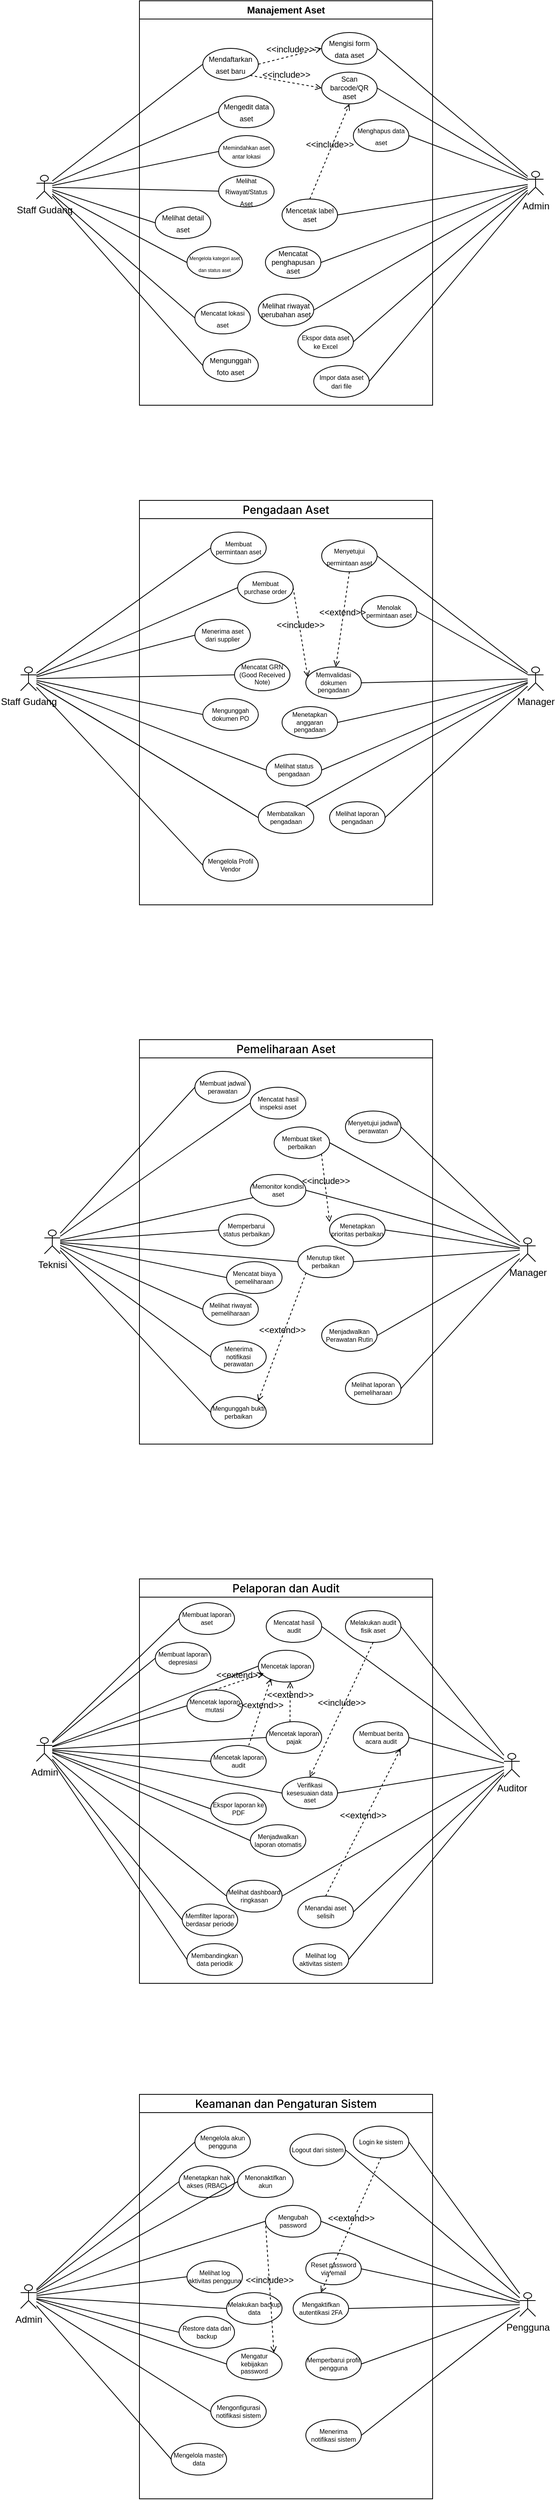
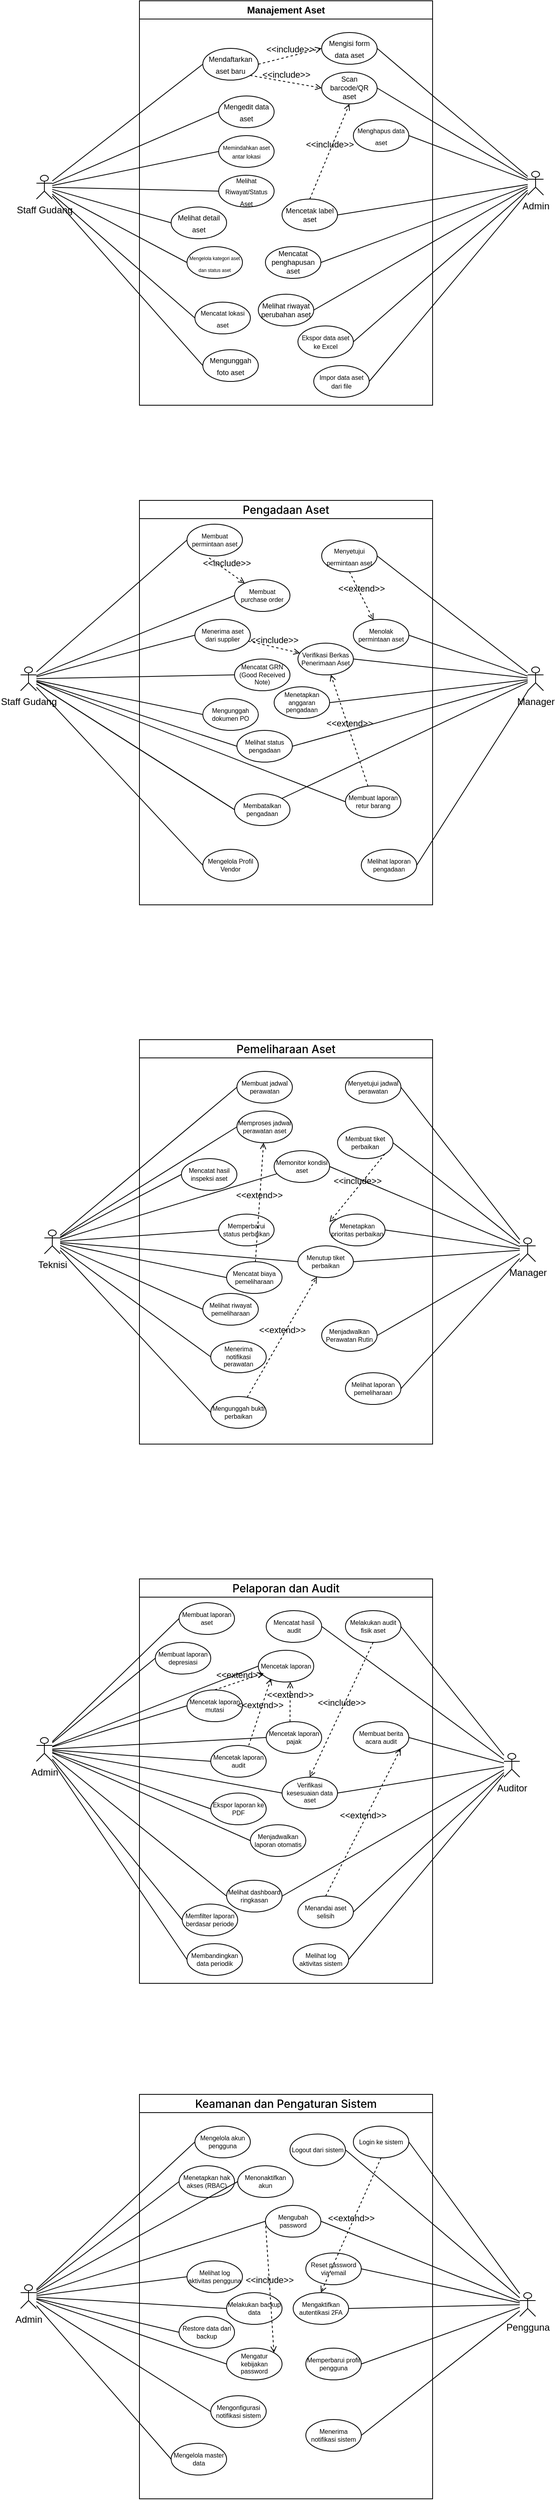
<mxfile host="app.diagrams.net">
  <diagram name="Halaman-1" id="vrqg1WvFMhjWSPYmkqD6">
-     <mxGraphModel dx="2575" dy="1318" grid="1" gridSize="10" guides="1" tooltips="1" connect="1" arrows="1" fold="1" page="1" pageScale="1" pageWidth="827" pageHeight="1169" math="0" shadow="0">
+     <mxGraphModel dx="1144" dy="586" grid="1" gridSize="10" guides="1" tooltips="1" connect="1" arrows="1" fold="1" page="1" pageScale="1" pageWidth="827" pageHeight="1169" math="0" shadow="0">
      <root>
        <mxCell id="0" />
        <mxCell id="1" parent="0" />
        <mxCell id="ttJMnmOJ9A8DWHro3bs2-210" parent="1" style="shape=umlActor;verticalLabelPosition=bottom;verticalAlign=top;html=1;outlineConnect=0;" value="Staff Gudang" vertex="1">
          <mxGeometry height="30" width="20" x="90" y="310" as="geometry" />
        </mxCell>
        <mxCell id="ttJMnmOJ9A8DWHro3bs2-211" parent="1" style="shape=umlActor;verticalLabelPosition=bottom;verticalAlign=top;html=1;outlineConnect=0;" value="Admin" vertex="1">
          <mxGeometry height="30" width="20" x="710" y="305" as="geometry" />
        </mxCell>
        <mxCell id="ttJMnmOJ9A8DWHro3bs2-212" parent="1" style="ellipse;whiteSpace=wrap;html=1;align=center;" value="&lt;span style=&quot;&quot;&gt;&lt;font style=&quot;font-size: 9px;&quot;&gt;Mendaftarkan aset baru&lt;/font&gt;&lt;/span&gt;" vertex="1">
          <mxGeometry height="40" width="70" x="300" y="150" as="geometry" />
        </mxCell>
        <mxCell id="ttJMnmOJ9A8DWHro3bs2-215" edge="1" parent="1" source="ttJMnmOJ9A8DWHro3bs2-216" style="rounded=0;orthogonalLoop=1;jettySize=auto;html=1;exitX=0;exitY=0.5;exitDx=0;exitDy=0;endArrow=none;endFill=0;" target="ttJMnmOJ9A8DWHro3bs2-210">
          <mxGeometry relative="1" as="geometry" />
        </mxCell>
        <mxCell id="ttJMnmOJ9A8DWHro3bs2-217" edge="1" parent="1" source="ttJMnmOJ9A8DWHro3bs2-218" style="rounded=0;orthogonalLoop=1;jettySize=auto;html=1;exitX=0;exitY=0.5;exitDx=0;exitDy=0;endArrow=none;endFill=0;" target="ttJMnmOJ9A8DWHro3bs2-210">
          <mxGeometry relative="1" as="geometry" />
        </mxCell>
        <mxCell id="ttJMnmOJ9A8DWHro3bs2-219" parent="1" style="ellipse;whiteSpace=wrap;html=1;align=center;" value="&lt;span style=&quot;&quot;&gt;&lt;font style=&quot;font-size: 6px;&quot;&gt;Mengelola kategori aset dan status aset&lt;/font&gt;&lt;/span&gt;" vertex="1">
          <mxGeometry height="40" width="70" x="280" y="400" as="geometry" />
        </mxCell>
        <mxCell id="ttJMnmOJ9A8DWHro3bs2-220" parent="1" style="ellipse;whiteSpace=wrap;html=1;align=center;" value="&lt;span style=&quot;&quot;&gt;&lt;font style=&quot;font-size: 9px;&quot;&gt;Mengunggah foto aset&lt;/font&gt;&lt;/span&gt;" vertex="1">
          <mxGeometry height="40" width="70" x="300" y="530" as="geometry" />
        </mxCell>
        <mxCell id="ttJMnmOJ9A8DWHro3bs2-221" parent="1" style="ellipse;whiteSpace=wrap;html=1;align=center;" value="&lt;span style=&quot;&quot;&gt;&lt;font style=&quot;font-size: 9px;&quot;&gt;Mengedit data aset&lt;/font&gt;&lt;/span&gt;" vertex="1">
          <mxGeometry height="40" width="70" x="320" y="210" as="geometry" />
        </mxCell>
        <mxCell id="ttJMnmOJ9A8DWHro3bs2-222" parent="1" style="ellipse;whiteSpace=wrap;html=1;align=center;" value="&lt;span style=&quot;&quot;&gt;&lt;font style=&quot;font-size: 8px;&quot;&gt;Mencatat lokasi aset&lt;/font&gt;&lt;/span&gt;" vertex="1">
          <mxGeometry height="40" width="70" x="290" y="470" as="geometry" />
        </mxCell>
        <mxCell id="ttJMnmOJ9A8DWHro3bs2-223" parent="1" style="ellipse;whiteSpace=wrap;html=1;align=center;" value="&lt;span style=&quot;&quot;&gt;&lt;font style=&quot;font-size: 9px;&quot;&gt;Mengisi form data aset&lt;/font&gt;&lt;/span&gt;" vertex="1">
          <mxGeometry height="40" width="70" x="450" y="130" as="geometry" />
        </mxCell>
        <mxCell id="ttJMnmOJ9A8DWHro3bs2-224" parent="1" style="ellipse;whiteSpace=wrap;html=1;verticalAlign=middle;fontSize=9;align=center;" value="&lt;font&gt;Scan barcode/QR aset&lt;/font&gt;" vertex="1">
          <mxGeometry height="40" width="70" x="450" y="180" as="geometry" />
        </mxCell>
        <mxCell id="ttJMnmOJ9A8DWHro3bs2-226" edge="1" parent="1" source="ttJMnmOJ9A8DWHro3bs2-227" style="rounded=0;orthogonalLoop=1;jettySize=auto;html=1;exitX=1;exitY=0.5;exitDx=0;exitDy=0;endArrow=none;endFill=0;" target="ttJMnmOJ9A8DWHro3bs2-211">
          <mxGeometry relative="1" as="geometry">
            <mxPoint x="710" y="340" as="targetPoint" />
          </mxGeometry>
        </mxCell>
        <mxCell id="ttJMnmOJ9A8DWHro3bs2-232" edge="1" parent="1" source="ttJMnmOJ9A8DWHro3bs2-212" style="rounded=0;orthogonalLoop=1;jettySize=auto;html=1;exitX=0;exitY=0.5;exitDx=0;exitDy=0;endArrow=none;endFill=0;" target="ttJMnmOJ9A8DWHro3bs2-210">
          <mxGeometry relative="1" as="geometry" />
        </mxCell>
        <mxCell id="ttJMnmOJ9A8DWHro3bs2-233" edge="1" parent="1" source="ttJMnmOJ9A8DWHro3bs2-221" style="rounded=0;orthogonalLoop=1;jettySize=auto;html=1;exitX=0;exitY=0.5;exitDx=0;exitDy=0;endArrow=none;endFill=0;" target="ttJMnmOJ9A8DWHro3bs2-210">
          <mxGeometry relative="1" as="geometry" />
        </mxCell>
        <mxCell id="ttJMnmOJ9A8DWHro3bs2-234" edge="1" parent="1" source="ttJMnmOJ9A8DWHro3bs2-220" style="rounded=0;orthogonalLoop=1;jettySize=auto;html=1;exitX=0;exitY=0.5;exitDx=0;exitDy=0;endArrow=none;endFill=0;" target="ttJMnmOJ9A8DWHro3bs2-210">
          <mxGeometry relative="1" as="geometry" />
        </mxCell>
        <mxCell id="ttJMnmOJ9A8DWHro3bs2-235" edge="1" parent="1" source="ttJMnmOJ9A8DWHro3bs2-219" style="rounded=0;orthogonalLoop=1;jettySize=auto;html=1;exitX=0;exitY=0.5;exitDx=0;exitDy=0;startSize=5;endArrow=none;endFill=0;" target="ttJMnmOJ9A8DWHro3bs2-210">
          <mxGeometry relative="1" as="geometry" />
        </mxCell>
        <mxCell id="ttJMnmOJ9A8DWHro3bs2-236" edge="1" parent="1" source="ttJMnmOJ9A8DWHro3bs2-222" style="rounded=0;orthogonalLoop=1;jettySize=auto;html=1;exitX=0;exitY=0.5;exitDx=0;exitDy=0;endArrow=none;endFill=0;" target="ttJMnmOJ9A8DWHro3bs2-210">
          <mxGeometry relative="1" as="geometry" />
        </mxCell>
        <mxCell id="ttJMnmOJ9A8DWHro3bs2-237" edge="1" parent="1" source="ttJMnmOJ9A8DWHro3bs2-223" style="rounded=0;orthogonalLoop=1;jettySize=auto;html=1;exitX=1;exitY=0.5;exitDx=0;exitDy=0;endArrow=none;endFill=0;" target="ttJMnmOJ9A8DWHro3bs2-211">
          <mxGeometry relative="1" as="geometry" />
        </mxCell>
        <mxCell id="ttJMnmOJ9A8DWHro3bs2-238" edge="1" parent="1" source="ttJMnmOJ9A8DWHro3bs2-224" style="rounded=0;orthogonalLoop=1;jettySize=auto;html=1;exitX=1;exitY=0.5;exitDx=0;exitDy=0;endArrow=none;endFill=0;" target="ttJMnmOJ9A8DWHro3bs2-211">
          <mxGeometry relative="1" as="geometry" />
        </mxCell>
        <mxCell id="ttJMnmOJ9A8DWHro3bs2-240" edge="1" parent="1" source="ttJMnmOJ9A8DWHro3bs2-230" style="rounded=0;orthogonalLoop=1;jettySize=auto;html=1;exitX=1;exitY=0.5;exitDx=0;exitDy=0;endArrow=none;endFill=0;" target="ttJMnmOJ9A8DWHro3bs2-211">
          <mxGeometry relative="1" as="geometry" />
        </mxCell>
        <mxCell id="ttJMnmOJ9A8DWHro3bs2-241" edge="1" parent="1" source="ttJMnmOJ9A8DWHro3bs2-228" style="rounded=0;orthogonalLoop=1;jettySize=auto;html=1;exitX=1;exitY=0.5;exitDx=0;exitDy=0;endArrow=none;endFill=0;" target="ttJMnmOJ9A8DWHro3bs2-211">
          <mxGeometry relative="1" as="geometry" />
        </mxCell>
        <mxCell id="ttJMnmOJ9A8DWHro3bs2-242" edge="1" parent="1" source="ttJMnmOJ9A8DWHro3bs2-225" style="rounded=0;orthogonalLoop=1;jettySize=auto;html=1;exitX=1;exitY=0.5;exitDx=0;exitDy=0;endArrow=none;endFill=0;" target="ttJMnmOJ9A8DWHro3bs2-211">
          <mxGeometry relative="1" as="geometry" />
        </mxCell>
        <mxCell id="ttJMnmOJ9A8DWHro3bs2-243" edge="1" parent="1" source="ttJMnmOJ9A8DWHro3bs2-231" style="rounded=0;orthogonalLoop=1;jettySize=auto;html=1;exitX=1;exitY=0.5;exitDx=0;exitDy=0;endArrow=none;endFill=0;" target="ttJMnmOJ9A8DWHro3bs2-211">
          <mxGeometry relative="1" as="geometry" />
        </mxCell>
        <mxCell id="ttJMnmOJ9A8DWHro3bs2-244" edge="1" parent="1" source="ttJMnmOJ9A8DWHro3bs2-228" style="html=1;verticalAlign=bottom;labelBackgroundColor=none;endArrow=open;endFill=0;dashed=1;rounded=0;exitX=0.5;exitY=0;exitDx=0;exitDy=0;entryX=0.5;entryY=1;entryDx=0;entryDy=0;" target="ttJMnmOJ9A8DWHro3bs2-224" value="&amp;lt;&amp;lt;include&amp;gt;&amp;gt;">
          <mxGeometry relative="1" width="160" as="geometry">
            <mxPoint x="380" y="390" as="sourcePoint" />
            <mxPoint x="540" y="390" as="targetPoint" />
          </mxGeometry>
        </mxCell>
        <mxCell id="ttJMnmOJ9A8DWHro3bs2-245" edge="1" parent="1" source="ttJMnmOJ9A8DWHro3bs2-212" style="html=1;verticalAlign=bottom;labelBackgroundColor=none;endArrow=open;endFill=0;dashed=1;rounded=0;entryX=0;entryY=0.5;entryDx=0;entryDy=0;exitX=1;exitY=0.5;exitDx=0;exitDy=0;" target="ttJMnmOJ9A8DWHro3bs2-223" value="&amp;lt;&amp;lt;include&amp;gt;&amp;gt;">
          <mxGeometry relative="1" width="160" as="geometry">
            <mxPoint x="400" y="170" as="sourcePoint" />
            <mxPoint x="560" y="170" as="targetPoint" />
          </mxGeometry>
        </mxCell>
        <mxCell id="ttJMnmOJ9A8DWHro3bs2-246" edge="1" parent="1" source="ttJMnmOJ9A8DWHro3bs2-212" style="html=1;verticalAlign=bottom;labelBackgroundColor=none;endArrow=open;endFill=0;dashed=1;rounded=0;entryX=0;entryY=0.5;entryDx=0;entryDy=0;exitX=1;exitY=1;exitDx=0;exitDy=0;" target="ttJMnmOJ9A8DWHro3bs2-224" value="&amp;lt;&amp;lt;include&amp;gt;&amp;gt;">
          <mxGeometry relative="1" width="160" as="geometry">
            <mxPoint x="400" y="190" as="sourcePoint" />
            <mxPoint x="470" y="200" as="targetPoint" />
          </mxGeometry>
        </mxCell>
        <mxCell id="ttJMnmOJ9A8DWHro3bs2-248" parent="1" style="swimlane;whiteSpace=wrap;html=1;startSize=23;" value="Manajement Aset" vertex="1">
          <mxGeometry height="510" width="370" x="220" y="90" as="geometry" />
        </mxCell>
        <mxCell id="ttJMnmOJ9A8DWHro3bs2-218" parent="ttJMnmOJ9A8DWHro3bs2-248" style="ellipse;whiteSpace=wrap;html=1;align=center;" value="&lt;span style=&quot;&quot;&gt;&lt;font style=&quot;font-size: 9px;&quot;&gt;Melihat detail aset&lt;/font&gt;&lt;/span&gt;" vertex="1">
-           <mxGeometry height="40" width="70" x="20" y="260" as="geometry" />
+           <mxGeometry height="40" width="70" x="40" y="260" as="geometry" />
        </mxCell>
        <mxCell id="ttJMnmOJ9A8DWHro3bs2-216" parent="ttJMnmOJ9A8DWHro3bs2-248" style="ellipse;whiteSpace=wrap;html=1;align=center;" value="&lt;font style=&quot;font-size: 8px;&quot;&gt;Melihat Riwayat/Status Aset&lt;/font&gt;" vertex="1">
          <mxGeometry height="40" width="70" x="100" y="220" as="geometry" />
        </mxCell>
        <mxCell id="ttJMnmOJ9A8DWHro3bs2-230" parent="ttJMnmOJ9A8DWHro3bs2-248" style="ellipse;whiteSpace=wrap;html=1;verticalAlign=middle;fontSize=9;align=center;" value="Mencatat penghapusan aset" vertex="1">
          <mxGeometry height="40" width="70" x="159" y="310" as="geometry" />
        </mxCell>
        <mxCell id="ttJMnmOJ9A8DWHro3bs2-214" parent="ttJMnmOJ9A8DWHro3bs2-248" style="ellipse;whiteSpace=wrap;html=1;align=center;" value="&lt;span style=&quot;&quot;&gt;&lt;font style=&quot;font-size: 8px;&quot;&gt;Menghapus data aset&lt;/font&gt;&lt;/span&gt;" vertex="1">
          <mxGeometry height="40" width="70" x="270" y="150" as="geometry" />
        </mxCell>
        <mxCell id="ttJMnmOJ9A8DWHro3bs2-229" parent="ttJMnmOJ9A8DWHro3bs2-248" style="ellipse;whiteSpace=wrap;html=1;verticalAlign=middle;fontSize=9;align=center;" value="&lt;font style=&quot;font-size: 7px;&quot;&gt;Memindahkan aset antar lokasi&lt;/font&gt;" vertex="1">
          <mxGeometry height="40" width="70" x="100" y="170" as="geometry" />
        </mxCell>
        <mxCell id="ttJMnmOJ9A8DWHro3bs2-225" parent="ttJMnmOJ9A8DWHro3bs2-248" style="ellipse;whiteSpace=wrap;html=1;verticalAlign=middle;fontSize=9;align=center;" value="Melihat riwayat perubahan aset" vertex="1">
          <mxGeometry height="40" width="70" x="150" y="370" as="geometry" />
        </mxCell>
        <mxCell id="ttJMnmOJ9A8DWHro3bs2-231" parent="ttJMnmOJ9A8DWHro3bs2-248" style="ellipse;whiteSpace=wrap;html=1;verticalAlign=middle;fontSize=9;align=center;" value="&lt;font style=&quot;font-size: 8px;&quot;&gt;Impor data aset dari file&lt;/font&gt;" vertex="1">
          <mxGeometry height="40" width="70" x="220" y="460" as="geometry" />
        </mxCell>
        <mxCell id="ttJMnmOJ9A8DWHro3bs2-227" parent="ttJMnmOJ9A8DWHro3bs2-248" style="ellipse;whiteSpace=wrap;html=1;verticalAlign=middle;fontSize=9;align=center;" value="&lt;font style=&quot;font-size: 8px;&quot;&gt;Ekspor data aset ke Excel&lt;/font&gt;" vertex="1">
          <mxGeometry height="40" width="70" x="200" y="410" as="geometry" />
        </mxCell>
        <mxCell id="ttJMnmOJ9A8DWHro3bs2-228" parent="ttJMnmOJ9A8DWHro3bs2-248" style="ellipse;whiteSpace=wrap;html=1;verticalAlign=middle;fontSize=9;align=center;" value="Mencetak label aset" vertex="1">
          <mxGeometry height="40" width="70" x="180" y="250" as="geometry" />
        </mxCell>
        <mxCell id="ttJMnmOJ9A8DWHro3bs2-249" parent="1" style="swimlane;whiteSpace=wrap;html=1;startSize=23;" value="&lt;span style=&quot;font-family: &amp;quot;Anthropic Sans&amp;quot;, -apple-system, BlinkMacSystemFont, &amp;quot;Segoe UI&amp;quot;, sans-serif; font-size: 14px; font-weight: 500; text-align: start; white-space: nowrap;&quot;&gt;Pengadaan Aset&lt;/span&gt;" vertex="1">
          <mxGeometry height="510" width="370" x="220" y="720" as="geometry" />
        </mxCell>
        <mxCell id="ttJMnmOJ9A8DWHro3bs2-253" parent="ttJMnmOJ9A8DWHro3bs2-249" style="ellipse;whiteSpace=wrap;html=1;align=center;fontSize=8;" value="&lt;span style=&quot;&quot;&gt;Membuat permintaan aset&lt;/span&gt;" vertex="1">
-           <mxGeometry height="40" width="70" x="90" y="40" as="geometry" />
+           <mxGeometry height="40" width="70" x="60" y="30" as="geometry" />
        </mxCell>
        <mxCell id="ttJMnmOJ9A8DWHro3bs2-254" parent="ttJMnmOJ9A8DWHro3bs2-249" style="ellipse;whiteSpace=wrap;html=1;align=center;fontSize=8;" value="&lt;span style=&quot;&quot;&gt;Membuat purchase order&lt;/span&gt;" vertex="1">
-           <mxGeometry height="40" width="70" x="124" y="90" as="geometry" />
+           <mxGeometry height="40" width="70" x="120" y="100" as="geometry" />
        </mxCell>
        <mxCell id="ttJMnmOJ9A8DWHro3bs2-260" parent="ttJMnmOJ9A8DWHro3bs2-249" style="ellipse;whiteSpace=wrap;html=1;align=center;fontSize=8;" value="&lt;span style=&quot;&quot;&gt;Menerima aset dari supplier&lt;/span&gt;" vertex="1">
          <mxGeometry height="40" width="70" x="70" y="150" as="geometry" />
        </mxCell>
        <mxCell id="ttJMnmOJ9A8DWHro3bs2-255" parent="ttJMnmOJ9A8DWHro3bs2-249" style="ellipse;whiteSpace=wrap;html=1;align=center;fontSize=8;" value="Mengelola Profil Vendor" vertex="1">
          <mxGeometry height="40" width="70" x="80" y="440" as="geometry" />
        </mxCell>
        <mxCell id="ttJMnmOJ9A8DWHro3bs2-258" parent="ttJMnmOJ9A8DWHro3bs2-249" style="ellipse;whiteSpace=wrap;html=1;align=center;fontSize=8;" value="&lt;span style=&quot;&quot;&gt;Mencatat GRN (Good Received Note)&lt;/span&gt;" vertex="1">
          <mxGeometry height="40" width="70" x="120" y="200" as="geometry" />
        </mxCell>
        <mxCell id="ttJMnmOJ9A8DWHro3bs2-259" parent="ttJMnmOJ9A8DWHro3bs2-249" style="ellipse;whiteSpace=wrap;html=1;align=center;fontSize=8;" value="&lt;span style=&quot;&quot;&gt;Membatalkan pengadaan&lt;/span&gt;" vertex="1">
-           <mxGeometry height="40" width="70" x="150" y="380" as="geometry" />
+           <mxGeometry height="40" width="70" x="120" y="370" as="geometry" />
        </mxCell>
        <mxCell id="ttJMnmOJ9A8DWHro3bs2-256" parent="ttJMnmOJ9A8DWHro3bs2-249" style="ellipse;whiteSpace=wrap;html=1;align=center;fontSize=8;" value="&lt;span style=&quot;&quot;&gt;Mengunggah dokumen PO&lt;/span&gt;" vertex="1">
          <mxGeometry height="40" width="70" x="80" y="250" as="geometry" />
        </mxCell>
        <mxCell id="ttJMnmOJ9A8DWHro3bs2-257" parent="ttJMnmOJ9A8DWHro3bs2-249" style="ellipse;whiteSpace=wrap;html=1;align=center;fontSize=8;" value="&lt;span style=&quot;&quot;&gt;Melihat status pengadaan&lt;/span&gt;" vertex="1">
-           <mxGeometry height="40" width="70" x="160" y="320" as="geometry" />
+           <mxGeometry height="40" width="70" x="123" y="290" as="geometry" />
        </mxCell>
        <mxCell id="ttJMnmOJ9A8DWHro3bs2-263" parent="ttJMnmOJ9A8DWHro3bs2-249" style="ellipse;whiteSpace=wrap;html=1;align=center;" value="&lt;span style=&quot;&quot;&gt;&lt;font style=&quot;font-size: 8px;&quot;&gt;Menyetujui permintaan aset&lt;/font&gt;&lt;/span&gt;" vertex="1">
          <mxGeometry height="40" width="70" x="230" y="50" as="geometry" />
        </mxCell>
        <mxCell id="ttJMnmOJ9A8DWHro3bs2-261" parent="ttJMnmOJ9A8DWHro3bs2-249" style="ellipse;whiteSpace=wrap;html=1;align=center;fontSize=8;" value="&lt;span style=&quot;&quot;&gt;Menolak permintaan aset&lt;/span&gt;" vertex="1">
-           <mxGeometry height="40" width="70" x="280" y="120" as="geometry" />
+           <mxGeometry height="40" width="70" x="270" y="150" as="geometry" />
        </mxCell>
        <mxCell id="ttJMnmOJ9A8DWHro3bs2-262" parent="ttJMnmOJ9A8DWHro3bs2-249" style="ellipse;whiteSpace=wrap;html=1;align=center;fontSize=8;" value="&lt;br&gt;&lt;span style=&quot;orphans: 2; text-indent: 0px; widows: 2; text-decoration-thickness: initial; text-decoration-style: initial; text-decoration-color: initial; float: none; display: inline !important; color: rgb(0, 0, 0);&quot;&gt;Menetapkan anggaran pengadaan&lt;/span&gt;&lt;div&gt;&lt;br/&gt;&lt;/div&gt;" vertex="1">
-           <mxGeometry height="40" width="70" x="180" y="260" as="geometry" />
+           <mxGeometry height="40" width="70" x="170" y="235" as="geometry" />
        </mxCell>
        <mxCell id="ttJMnmOJ9A8DWHro3bs2-264" parent="ttJMnmOJ9A8DWHro3bs2-249" style="ellipse;whiteSpace=wrap;html=1;align=center;fontSize=8;" value="&lt;span style=&quot;&quot;&gt;Melihat laporan pengadaan&lt;/span&gt;" vertex="1">
-           <mxGeometry height="40" width="70" x="240" y="380" as="geometry" />
-         </mxCell>
-         <mxCell id="ttJMnmOJ9A8DWHro3bs2-265" parent="ttJMnmOJ9A8DWHro3bs2-249" style="ellipse;whiteSpace=wrap;html=1;align=center;fontSize=8;" value="&lt;span style=&quot;&quot;&gt;Memvalidasi dokumen pengadaan&lt;/span&gt;" vertex="1">
-           <mxGeometry height="40" width="70" x="210" y="210" as="geometry" />
-         </mxCell>
-         <mxCell id="ttJMnmOJ9A8DWHro3bs2-285" edge="1" parent="ttJMnmOJ9A8DWHro3bs2-249" source="ttJMnmOJ9A8DWHro3bs2-254" style="html=1;verticalAlign=bottom;labelBackgroundColor=none;endArrow=open;endFill=0;dashed=1;rounded=0;exitX=1;exitY=0.5;exitDx=0;exitDy=0;entryX=0.035;entryY=0.322;entryDx=0;entryDy=0;entryPerimeter=0;" target="ttJMnmOJ9A8DWHro3bs2-265" value="&amp;lt;&amp;lt;include&amp;gt;&amp;gt;">
-           <mxGeometry relative="1" width="160" as="geometry">
-             <mxPoint x="200" y="180" as="sourcePoint" />
-             <mxPoint x="250" y="90" as="targetPoint" />
-           </mxGeometry>
-         </mxCell>
-         <mxCell id="ttJMnmOJ9A8DWHro3bs2-286" edge="1" parent="ttJMnmOJ9A8DWHro3bs2-249" source="ttJMnmOJ9A8DWHro3bs2-263" style="html=1;verticalAlign=bottom;labelBackgroundColor=none;endArrow=open;endFill=0;dashed=1;rounded=0;exitX=0.5;exitY=1;exitDx=0;exitDy=0;" target="ttJMnmOJ9A8DWHro3bs2-265" value="&amp;lt;&amp;lt;extend&amp;gt;&amp;gt;">
+           <mxGeometry height="40" width="70" x="280" y="440" as="geometry" />
+         </mxCell>
+         <mxCell id="ttJMnmOJ9A8DWHro3bs2-265" parent="ttJMnmOJ9A8DWHro3bs2-249" style="ellipse;whiteSpace=wrap;html=1;align=center;fontSize=8;" value="Verifikasi Berkas Penerimaan Aset" vertex="1">
+           <mxGeometry height="40" width="70" x="200" y="180" as="geometry" />
+         </mxCell>
+         <mxCell id="ttJMnmOJ9A8DWHro3bs2-286" edge="1" parent="ttJMnmOJ9A8DWHro3bs2-249" source="ttJMnmOJ9A8DWHro3bs2-263" style="html=1;verticalAlign=bottom;labelBackgroundColor=none;endArrow=open;endFill=0;dashed=1;rounded=0;exitX=0.5;exitY=1;exitDx=0;exitDy=0;" target="ttJMnmOJ9A8DWHro3bs2-261" value="&amp;lt;&amp;lt;extend&amp;gt;&amp;gt;">
          <mxGeometry relative="1" width="160" as="geometry">
            <mxPoint x="220" y="80" as="sourcePoint" />
            <mxPoint x="270" y="84" as="targetPoint" />
+           </mxGeometry>
+         </mxCell>
+         <mxCell id="Ji7-jTJ7KOdppPhq-gUy-3" edge="1" parent="ttJMnmOJ9A8DWHro3bs2-249" source="ttJMnmOJ9A8DWHro3bs2-253" style="html=1;verticalAlign=bottom;labelBackgroundColor=none;endArrow=open;endFill=0;dashed=1;rounded=0;exitX=0.398;exitY=1.064;exitDx=0;exitDy=0;exitPerimeter=0;" target="ttJMnmOJ9A8DWHro3bs2-254" value="&amp;lt;&amp;lt;include&amp;gt;&amp;gt;">
+           <mxGeometry relative="1" width="160" as="geometry">
+             <mxPoint x="210" y="70" as="sourcePoint" />
+             <mxPoint x="232" y="173" as="targetPoint" />
+           </mxGeometry>
+         </mxCell>
+         <mxCell id="Ji7-jTJ7KOdppPhq-gUy-5" edge="1" parent="ttJMnmOJ9A8DWHro3bs2-249" source="ttJMnmOJ9A8DWHro3bs2-260" style="html=1;verticalAlign=bottom;labelBackgroundColor=none;endArrow=open;endFill=0;dashed=1;rounded=0;" target="ttJMnmOJ9A8DWHro3bs2-265" value="&amp;lt;&amp;lt;include&amp;gt;&amp;gt;">
+           <mxGeometry relative="1" width="160" as="geometry">
+             <mxPoint x="190" y="150" as="sourcePoint" />
+             <mxPoint x="235" y="182" as="targetPoint" />
+           </mxGeometry>
+         </mxCell>
+         <mxCell id="Ji7-jTJ7KOdppPhq-gUy-6" parent="ttJMnmOJ9A8DWHro3bs2-249" style="ellipse;whiteSpace=wrap;html=1;align=center;fontSize=8;" value="&lt;span style=&quot;&quot;&gt;Me&lt;/span&gt;&lt;span style=&quot;background-color: transparent; color: light-dark(rgb(0, 0, 0), rgb(255, 255, 255));&quot;&gt;mbuat laporan retur barang&lt;/span&gt;" vertex="1">
+           <mxGeometry height="40" width="70" x="260" y="360" as="geometry" />
+         </mxCell>
+         <mxCell id="Ji7-jTJ7KOdppPhq-gUy-8" edge="1" parent="ttJMnmOJ9A8DWHro3bs2-249" source="Ji7-jTJ7KOdppPhq-gUy-6" style="html=1;verticalAlign=bottom;labelBackgroundColor=none;endArrow=open;endFill=0;dashed=1;rounded=0;" target="ttJMnmOJ9A8DWHro3bs2-265" value="&amp;lt;&amp;lt;extend&amp;gt;&amp;gt;">
+           <mxGeometry relative="1" width="160" as="geometry">
+             <mxPoint x="300" y="340" as="sourcePoint" />
+             <mxPoint x="330" y="401" as="targetPoint" />
          </mxGeometry>
        </mxCell>
        <mxCell id="ttJMnmOJ9A8DWHro3bs2-250" parent="1" style="shape=umlActor;verticalLabelPosition=bottom;verticalAlign=top;html=1;outlineConnect=0;" value="Staff Gudang" vertex="1">
          <mxGeometry height="30" width="20" x="70" y="930" as="geometry" />
        </mxCell>
        <mxCell id="ttJMnmOJ9A8DWHro3bs2-251" parent="1" style="shape=umlActor;verticalLabelPosition=bottom;verticalAlign=top;html=1;outlineConnect=0;" value="Manager" vertex="1">
          <mxGeometry height="30" width="20" x="710" y="930" as="geometry" />
        </mxCell>
        <mxCell id="ttJMnmOJ9A8DWHro3bs2-274" edge="1" parent="1" source="ttJMnmOJ9A8DWHro3bs2-256" style="rounded=0;orthogonalLoop=1;jettySize=auto;html=1;exitX=0;exitY=0.5;exitDx=0;exitDy=0;endArrow=none;endFill=0;" target="ttJMnmOJ9A8DWHro3bs2-250">
          <mxGeometry relative="1" as="geometry" />
        </mxCell>
        <mxCell id="ttJMnmOJ9A8DWHro3bs2-275" edge="1" parent="1" source="ttJMnmOJ9A8DWHro3bs2-257" style="rounded=0;orthogonalLoop=1;jettySize=auto;html=1;exitX=0;exitY=0.5;exitDx=0;exitDy=0;endArrow=none;endFill=0;" target="ttJMnmOJ9A8DWHro3bs2-250">
          <mxGeometry relative="1" as="geometry" />
        </mxCell>
        <mxCell id="ttJMnmOJ9A8DWHro3bs2-266" edge="1" parent="1" source="ttJMnmOJ9A8DWHro3bs2-253" style="rounded=0;orthogonalLoop=1;jettySize=auto;html=1;exitX=0;exitY=0.5;exitDx=0;exitDy=0;endArrow=none;endFill=0;" target="ttJMnmOJ9A8DWHro3bs2-250">
          <mxGeometry relative="1" as="geometry" />
        </mxCell>
        <mxCell id="ttJMnmOJ9A8DWHro3bs2-267" edge="1" parent="1" source="ttJMnmOJ9A8DWHro3bs2-254" style="rounded=0;orthogonalLoop=1;jettySize=auto;html=1;exitX=0;exitY=0.5;exitDx=0;exitDy=0;endArrow=none;endFill=0;" target="ttJMnmOJ9A8DWHro3bs2-250">
          <mxGeometry relative="1" as="geometry" />
        </mxCell>
        <mxCell id="ttJMnmOJ9A8DWHro3bs2-268" edge="1" parent="1" source="ttJMnmOJ9A8DWHro3bs2-260" style="rounded=0;orthogonalLoop=1;jettySize=auto;html=1;exitX=0;exitY=0.5;exitDx=0;exitDy=0;endArrow=none;endFill=0;" target="ttJMnmOJ9A8DWHro3bs2-250">
          <mxGeometry relative="1" as="geometry" />
        </mxCell>
        <mxCell id="ttJMnmOJ9A8DWHro3bs2-269" edge="1" parent="1" source="ttJMnmOJ9A8DWHro3bs2-255" style="rounded=0;orthogonalLoop=1;jettySize=auto;html=1;exitX=0;exitY=0.5;exitDx=0;exitDy=0;endArrow=none;endFill=0;" target="ttJMnmOJ9A8DWHro3bs2-250">
          <mxGeometry relative="1" as="geometry" />
        </mxCell>
        <mxCell id="ttJMnmOJ9A8DWHro3bs2-271" edge="1" parent="1" source="ttJMnmOJ9A8DWHro3bs2-259" style="rounded=0;orthogonalLoop=1;jettySize=auto;html=1;exitX=0;exitY=0.5;exitDx=0;exitDy=0;endArrow=none;endFill=0;" target="ttJMnmOJ9A8DWHro3bs2-250">
          <mxGeometry relative="1" as="geometry" />
        </mxCell>
        <mxCell id="ttJMnmOJ9A8DWHro3bs2-272" edge="1" parent="1" source="ttJMnmOJ9A8DWHro3bs2-259" style="rounded=0;orthogonalLoop=1;jettySize=auto;html=1;exitX=0;exitY=0.5;exitDx=0;exitDy=0;endArrow=none;endFill=0;" target="ttJMnmOJ9A8DWHro3bs2-250">
          <mxGeometry relative="1" as="geometry" />
        </mxCell>
        <mxCell id="ttJMnmOJ9A8DWHro3bs2-276" edge="1" parent="1" source="ttJMnmOJ9A8DWHro3bs2-258" style="rounded=0;orthogonalLoop=1;jettySize=auto;html=1;exitX=0;exitY=0.5;exitDx=0;exitDy=0;endArrow=none;endFill=0;" target="ttJMnmOJ9A8DWHro3bs2-250" value="">
          <mxGeometry relative="1" as="geometry">
            <mxPoint x="330" y="1030" as="sourcePoint" />
            <mxPoint x="120" y="900" as="targetPoint" />
          </mxGeometry>
        </mxCell>
        <mxCell id="ttJMnmOJ9A8DWHro3bs2-278" edge="1" parent="1" source="ttJMnmOJ9A8DWHro3bs2-263" style="rounded=0;orthogonalLoop=1;jettySize=auto;html=1;exitX=1;exitY=0.5;exitDx=0;exitDy=0;endArrow=none;endFill=0;" target="ttJMnmOJ9A8DWHro3bs2-251">
          <mxGeometry relative="1" as="geometry" />
        </mxCell>
        <mxCell id="ttJMnmOJ9A8DWHro3bs2-279" edge="1" parent="1" source="ttJMnmOJ9A8DWHro3bs2-261" style="rounded=0;orthogonalLoop=1;jettySize=auto;html=1;exitX=1;exitY=0.5;exitDx=0;exitDy=0;endArrow=none;endFill=0;" target="ttJMnmOJ9A8DWHro3bs2-251">
          <mxGeometry relative="1" as="geometry" />
        </mxCell>
        <mxCell id="ttJMnmOJ9A8DWHro3bs2-280" edge="1" parent="1" source="ttJMnmOJ9A8DWHro3bs2-262" style="rounded=0;orthogonalLoop=1;jettySize=auto;html=1;exitX=1;exitY=0.5;exitDx=0;exitDy=0;endArrow=none;endFill=0;" target="ttJMnmOJ9A8DWHro3bs2-251">
          <mxGeometry relative="1" as="geometry" />
        </mxCell>
        <mxCell id="ttJMnmOJ9A8DWHro3bs2-281" edge="1" parent="1" source="ttJMnmOJ9A8DWHro3bs2-264" style="rounded=0;orthogonalLoop=1;jettySize=auto;html=1;exitX=1;exitY=0.5;exitDx=0;exitDy=0;endArrow=none;endFill=0;" target="ttJMnmOJ9A8DWHro3bs2-251">
          <mxGeometry relative="1" as="geometry" />
        </mxCell>
        <mxCell id="ttJMnmOJ9A8DWHro3bs2-282" edge="1" parent="1" source="ttJMnmOJ9A8DWHro3bs2-265" style="rounded=0;orthogonalLoop=1;jettySize=auto;html=1;exitX=1;exitY=0.5;exitDx=0;exitDy=0;endArrow=none;endFill=0;" target="ttJMnmOJ9A8DWHro3bs2-251">
          <mxGeometry relative="1" as="geometry" />
        </mxCell>
        <mxCell id="ttJMnmOJ9A8DWHro3bs2-319" parent="1" style="swimlane;whiteSpace=wrap;html=1;startSize=23;" value="&lt;span style=&quot;font-family: &amp;quot;Anthropic Sans&amp;quot;, -apple-system, BlinkMacSystemFont, &amp;quot;Segoe UI&amp;quot;, sans-serif; font-size: 14px; font-weight: 500; text-align: start; white-space: nowrap;&quot;&gt;Pemeliharaan Aset&lt;/span&gt;" vertex="1">
          <mxGeometry height="510" width="370" x="220" y="1400" as="geometry" />
        </mxCell>
        <mxCell id="ttJMnmOJ9A8DWHro3bs2-322" parent="ttJMnmOJ9A8DWHro3bs2-319" style="ellipse;whiteSpace=wrap;html=1;align=center;fontSize=8;" value="Membuat jadwal perawatan" vertex="1">
-           <mxGeometry height="40" width="70" x="70" y="40" as="geometry" />
+           <mxGeometry height="40" width="70" x="123" y="40" as="geometry" />
        </mxCell>
        <mxCell id="ttJMnmOJ9A8DWHro3bs2-323" parent="ttJMnmOJ9A8DWHro3bs2-319" style="ellipse;whiteSpace=wrap;html=1;align=center;fontSize=8;" value="Mencatat hasil inspeksi aset" vertex="1">
-           <mxGeometry height="40" width="70" x="140" y="60" as="geometry" />
+           <mxGeometry height="40" width="70" x="53" y="150" as="geometry" />
        </mxCell>
        <mxCell id="ttJMnmOJ9A8DWHro3bs2-324" parent="ttJMnmOJ9A8DWHro3bs2-319" style="ellipse;whiteSpace=wrap;html=1;align=center;fontSize=8;" value="Membuat tiket perbaikan" vertex="1">
-           <mxGeometry height="40" width="70" x="170" y="110" as="geometry" />
+           <mxGeometry height="40" width="70" x="250" y="110" as="geometry" />
        </mxCell>
        <mxCell id="ttJMnmOJ9A8DWHro3bs2-325" parent="ttJMnmOJ9A8DWHro3bs2-319" style="ellipse;whiteSpace=wrap;html=1;align=center;fontSize=8;" value="Memperbarui status perbaikan" vertex="1">
          <mxGeometry height="40" width="70" x="100" y="220" as="geometry" />
        </mxCell>
        <mxCell id="ttJMnmOJ9A8DWHro3bs2-326" parent="ttJMnmOJ9A8DWHro3bs2-319" style="ellipse;whiteSpace=wrap;html=1;align=center;fontSize=8;" value="Mencatat biaya pemeliharaan" vertex="1">
          <mxGeometry height="40" width="70" x="110" y="280" as="geometry" />
        </mxCell>
        <mxCell id="ttJMnmOJ9A8DWHro3bs2-327" parent="ttJMnmOJ9A8DWHro3bs2-319" style="ellipse;whiteSpace=wrap;html=1;align=center;fontSize=8;" value="Menerima notifikasi perawatan" vertex="1">
          <mxGeometry height="40" width="70" x="90" y="380" as="geometry" />
        </mxCell>
        <mxCell id="ttJMnmOJ9A8DWHro3bs2-328" parent="ttJMnmOJ9A8DWHro3bs2-319" style="ellipse;whiteSpace=wrap;html=1;align=center;fontSize=8;" value="Melihat riwayat pemeliharaan" vertex="1">
          <mxGeometry height="40" width="70" x="80" y="320" as="geometry" />
        </mxCell>
        <mxCell id="ttJMnmOJ9A8DWHro3bs2-329" parent="ttJMnmOJ9A8DWHro3bs2-319" style="ellipse;whiteSpace=wrap;html=1;align=center;fontSize=8;" value="Mengunggah bukti perbaikan" vertex="1">
          <mxGeometry height="40" width="70" x="90" y="450" as="geometry" />
        </mxCell>
        <mxCell id="ttJMnmOJ9A8DWHro3bs2-332" parent="ttJMnmOJ9A8DWHro3bs2-319" style="ellipse;whiteSpace=wrap;html=1;align=center;fontSize=8;" value="Menetapkan prioritas perbaikan" vertex="1">
          <mxGeometry height="40" width="70" x="240" y="220" as="geometry" />
        </mxCell>
        <mxCell id="ttJMnmOJ9A8DWHro3bs2-333" parent="ttJMnmOJ9A8DWHro3bs2-319" style="ellipse;whiteSpace=wrap;html=1;align=center;fontSize=8;" value="Melihat laporan pemeliharaan" vertex="1">
          <mxGeometry height="40" width="70" x="260" y="420" as="geometry" />
        </mxCell>
        <mxCell id="ttJMnmOJ9A8DWHro3bs2-334" parent="ttJMnmOJ9A8DWHro3bs2-319" style="ellipse;whiteSpace=wrap;html=1;align=center;fontSize=8;" value="Menutup tiket perbaikan" vertex="1">
          <mxGeometry height="40" width="70" x="200" y="260" as="geometry" />
        </mxCell>
        <mxCell id="ttJMnmOJ9A8DWHro3bs2-335" parent="ttJMnmOJ9A8DWHro3bs2-319" style="ellipse;whiteSpace=wrap;html=1;align=center;fontSize=8;" value="Menjadwalkan Perawatan Rutin" vertex="1">
          <mxGeometry height="40" width="70" x="230" y="353" as="geometry" />
        </mxCell>
        <mxCell id="ttJMnmOJ9A8DWHro3bs2-352" edge="1" parent="ttJMnmOJ9A8DWHro3bs2-319" source="ttJMnmOJ9A8DWHro3bs2-335" style="edgeStyle=orthogonalEdgeStyle;rounded=0;orthogonalLoop=1;jettySize=auto;html=1;exitX=0.5;exitY=1;exitDx=0;exitDy=0;" target="ttJMnmOJ9A8DWHro3bs2-335">
          <mxGeometry relative="1" as="geometry" />
        </mxCell>
        <mxCell id="ttJMnmOJ9A8DWHro3bs2-353" edge="1" parent="ttJMnmOJ9A8DWHro3bs2-319" source="ttJMnmOJ9A8DWHro3bs2-324" style="html=1;verticalAlign=bottom;labelBackgroundColor=none;endArrow=open;endFill=0;dashed=1;rounded=0;exitX=1;exitY=1;exitDx=0;exitDy=0;entryX=0;entryY=0.25;entryDx=0;entryDy=0;entryPerimeter=0;" target="ttJMnmOJ9A8DWHro3bs2-332" value="&amp;lt;&amp;lt;include&amp;gt;&amp;gt;">
          <mxGeometry relative="1" width="160" as="geometry">
            <mxPoint x="220" y="180" as="sourcePoint" />
            <mxPoint x="238" y="293" as="targetPoint" />
          </mxGeometry>
        </mxCell>
-         <mxCell id="ttJMnmOJ9A8DWHro3bs2-354" edge="1" parent="ttJMnmOJ9A8DWHro3bs2-319" source="ttJMnmOJ9A8DWHro3bs2-334" style="html=1;verticalAlign=bottom;labelBackgroundColor=none;endArrow=open;endFill=0;dashed=1;rounded=0;exitX=0;exitY=1;exitDx=0;exitDy=0;entryX=1;entryY=0;entryDx=0;entryDy=0;" target="ttJMnmOJ9A8DWHro3bs2-329" value="&amp;lt;&amp;lt;extend&amp;gt;&amp;gt;">
+         <mxCell id="ttJMnmOJ9A8DWHro3bs2-354" edge="1" parent="ttJMnmOJ9A8DWHro3bs2-319" source="ttJMnmOJ9A8DWHro3bs2-329" style="html=1;verticalAlign=bottom;labelBackgroundColor=none;endArrow=open;endFill=0;dashed=1;rounded=0;" target="ttJMnmOJ9A8DWHro3bs2-334" value="&amp;lt;&amp;lt;extend&amp;gt;&amp;gt;">
          <mxGeometry relative="1" width="160" as="geometry">
            <mxPoint x="197" y="390" as="sourcePoint" />
            <mxPoint x="180" y="510" as="targetPoint" />
          </mxGeometry>
        </mxCell>
        <mxCell id="ttJMnmOJ9A8DWHro3bs2-331" parent="ttJMnmOJ9A8DWHro3bs2-319" style="ellipse;whiteSpace=wrap;html=1;align=center;fontSize=8;" value="Memonitor kondisi aset" vertex="1">
-           <mxGeometry height="40" width="70" x="140" y="170" as="geometry" />
+           <mxGeometry height="40" width="70" x="170" y="140" as="geometry" />
+         </mxCell>
+         <mxCell id="Ji7-jTJ7KOdppPhq-gUy-9" parent="ttJMnmOJ9A8DWHro3bs2-319" style="ellipse;whiteSpace=wrap;html=1;align=center;fontSize=8;" value="Memproses jadwal perawatan aset" vertex="1">
+           <mxGeometry height="40" width="70" x="123" y="90" as="geometry" />
+         </mxCell>
+         <mxCell id="Ji7-jTJ7KOdppPhq-gUy-11" edge="1" parent="ttJMnmOJ9A8DWHro3bs2-319" source="ttJMnmOJ9A8DWHro3bs2-326" style="html=1;verticalAlign=bottom;labelBackgroundColor=none;endArrow=open;endFill=0;dashed=1;rounded=0;" target="Ji7-jTJ7KOdppPhq-gUy-9" value="&amp;lt;&amp;lt;extend&amp;gt;&amp;gt;">
+           <mxGeometry relative="1" width="160" as="geometry">
+             <mxPoint x="190" y="372" as="sourcePoint" />
+             <mxPoint x="278" y="220" as="targetPoint" />
+           </mxGeometry>
+         </mxCell>
+         <mxCell id="ttJMnmOJ9A8DWHro3bs2-330" parent="ttJMnmOJ9A8DWHro3bs2-319" style="ellipse;whiteSpace=wrap;html=1;align=center;fontSize=8;" value="Menyetujui jadwal perawatan" vertex="1">
+           <mxGeometry height="40" width="70" x="260" y="40" as="geometry" />
        </mxCell>
        <mxCell id="JGa3toTjyCk54IzFmMTe-4" edge="1" parent="1" source="ttJMnmOJ9A8DWHro3bs2-320" style="rounded=0;orthogonalLoop=1;jettySize=auto;html=1;entryX=0;entryY=0.5;entryDx=0;entryDy=0;endArrow=none;endFill=0;" target="ttJMnmOJ9A8DWHro3bs2-334">
          <mxGeometry relative="1" as="geometry" />
        </mxCell>
        <mxCell id="ttJMnmOJ9A8DWHro3bs2-320" parent="1" style="shape=umlActor;verticalLabelPosition=bottom;verticalAlign=top;html=1;outlineConnect=0;" value="Teknisi" vertex="1">
          <mxGeometry height="30" width="20" x="100" y="1640" as="geometry" />
        </mxCell>
        <mxCell id="ttJMnmOJ9A8DWHro3bs2-321" parent="1" style="shape=umlActor;verticalLabelPosition=bottom;verticalAlign=top;html=1;outlineConnect=0;" value="Manager" vertex="1">
          <mxGeometry height="30" width="20" x="700" y="1650" as="geometry" />
-         </mxCell>
-         <mxCell id="ttJMnmOJ9A8DWHro3bs2-330" parent="1" style="ellipse;whiteSpace=wrap;html=1;align=center;fontSize=8;" value="Menyetujui jadwal perawatan" vertex="1">
-           <mxGeometry height="40" width="70" x="480" y="1490" as="geometry" />
        </mxCell>
        <mxCell id="ttJMnmOJ9A8DWHro3bs2-351" edge="1" parent="1" source="ttJMnmOJ9A8DWHro3bs2-335" style="rounded=0;orthogonalLoop=1;jettySize=auto;html=1;exitX=1;exitY=0.5;exitDx=0;exitDy=0;endArrow=none;endFill=0;">
          <mxGeometry relative="1" as="geometry">
            <mxPoint x="700" y="1670" as="targetPoint" />
          </mxGeometry>
        </mxCell>
        <mxCell id="ttJMnmOJ9A8DWHro3bs2-336" edge="1" parent="1" source="ttJMnmOJ9A8DWHro3bs2-322" style="rounded=0;orthogonalLoop=1;jettySize=auto;html=1;exitX=0;exitY=0.5;exitDx=0;exitDy=0;endArrow=none;endFill=0;" target="ttJMnmOJ9A8DWHro3bs2-320">
          <mxGeometry relative="1" as="geometry" />
        </mxCell>
        <mxCell id="ttJMnmOJ9A8DWHro3bs2-337" edge="1" parent="1" source="ttJMnmOJ9A8DWHro3bs2-323" style="rounded=0;orthogonalLoop=1;jettySize=auto;html=1;exitX=0;exitY=0.5;exitDx=0;exitDy=0;endArrow=none;endFill=0;" target="ttJMnmOJ9A8DWHro3bs2-320">
          <mxGeometry relative="1" as="geometry" />
        </mxCell>
        <mxCell id="ttJMnmOJ9A8DWHro3bs2-339" edge="1" parent="1" source="ttJMnmOJ9A8DWHro3bs2-325" style="rounded=0;orthogonalLoop=1;jettySize=auto;html=1;exitX=0;exitY=0.5;exitDx=0;exitDy=0;endArrow=none;endFill=0;" target="ttJMnmOJ9A8DWHro3bs2-320">
          <mxGeometry relative="1" as="geometry" />
        </mxCell>
        <mxCell id="ttJMnmOJ9A8DWHro3bs2-340" edge="1" parent="1" source="ttJMnmOJ9A8DWHro3bs2-326" style="rounded=0;orthogonalLoop=1;jettySize=auto;html=1;exitX=0;exitY=0.5;exitDx=0;exitDy=0;endArrow=none;endFill=0;" target="ttJMnmOJ9A8DWHro3bs2-320">
          <mxGeometry relative="1" as="geometry" />
        </mxCell>
        <mxCell id="ttJMnmOJ9A8DWHro3bs2-341" edge="1" parent="1" source="ttJMnmOJ9A8DWHro3bs2-328" style="rounded=0;orthogonalLoop=1;jettySize=auto;html=1;exitX=0;exitY=0.5;exitDx=0;exitDy=0;endArrow=none;endFill=0;" target="ttJMnmOJ9A8DWHro3bs2-320">
          <mxGeometry relative="1" as="geometry" />
        </mxCell>
        <mxCell id="ttJMnmOJ9A8DWHro3bs2-342" edge="1" parent="1" source="ttJMnmOJ9A8DWHro3bs2-327" style="rounded=0;orthogonalLoop=1;jettySize=auto;html=1;exitX=0;exitY=0.5;exitDx=0;exitDy=0;endArrow=none;endFill=0;" target="ttJMnmOJ9A8DWHro3bs2-320">
          <mxGeometry relative="1" as="geometry" />
        </mxCell>
        <mxCell id="ttJMnmOJ9A8DWHro3bs2-345" edge="1" parent="1" source="ttJMnmOJ9A8DWHro3bs2-330" style="rounded=0;orthogonalLoop=1;jettySize=auto;html=1;exitX=1;exitY=0.5;exitDx=0;exitDy=0;endArrow=none;endFill=0;" target="ttJMnmOJ9A8DWHro3bs2-321">
          <mxGeometry relative="1" as="geometry" />
        </mxCell>
        <mxCell id="ttJMnmOJ9A8DWHro3bs2-346" edge="1" parent="1" source="ttJMnmOJ9A8DWHro3bs2-331" style="rounded=0;orthogonalLoop=1;jettySize=auto;html=1;exitX=1;exitY=0.5;exitDx=0;exitDy=0;endArrow=none;endFill=0;" target="ttJMnmOJ9A8DWHro3bs2-321">
          <mxGeometry relative="1" as="geometry" />
        </mxCell>
        <mxCell id="ttJMnmOJ9A8DWHro3bs2-348" edge="1" parent="1" source="ttJMnmOJ9A8DWHro3bs2-332" style="rounded=0;orthogonalLoop=1;jettySize=auto;html=1;exitX=1;exitY=0.5;exitDx=0;exitDy=0;endArrow=none;endFill=0;" target="ttJMnmOJ9A8DWHro3bs2-321">
          <mxGeometry relative="1" as="geometry" />
        </mxCell>
        <mxCell id="ttJMnmOJ9A8DWHro3bs2-349" edge="1" parent="1" source="ttJMnmOJ9A8DWHro3bs2-333" style="rounded=0;orthogonalLoop=1;jettySize=auto;html=1;exitX=1;exitY=0.5;exitDx=0;exitDy=0;endArrow=none;endFill=0;" target="ttJMnmOJ9A8DWHro3bs2-321">
          <mxGeometry relative="1" as="geometry" />
        </mxCell>
        <mxCell id="ttJMnmOJ9A8DWHro3bs2-350" edge="1" parent="1" source="ttJMnmOJ9A8DWHro3bs2-334" style="rounded=0;orthogonalLoop=1;jettySize=auto;html=1;exitX=1;exitY=0.5;exitDx=0;exitDy=0;endArrow=none;endFill=0;" target="ttJMnmOJ9A8DWHro3bs2-321">
          <mxGeometry relative="1" as="geometry" />
        </mxCell>
        <mxCell id="ttJMnmOJ9A8DWHro3bs2-343" edge="1" parent="1" source="ttJMnmOJ9A8DWHro3bs2-329" style="rounded=0;orthogonalLoop=1;jettySize=auto;html=1;exitX=0;exitY=0.5;exitDx=0;exitDy=0;endArrow=none;endFill=0;" target="ttJMnmOJ9A8DWHro3bs2-320">
          <mxGeometry relative="1" as="geometry">
            <mxPoint x="119.99999999999977" y="1680" as="targetPoint" />
          </mxGeometry>
        </mxCell>
        <mxCell id="ttJMnmOJ9A8DWHro3bs2-355" parent="1" style="swimlane;whiteSpace=wrap;html=1;startSize=23;" value="&lt;span style=&quot;font-family: &amp;quot;Anthropic Sans&amp;quot;, -apple-system, BlinkMacSystemFont, &amp;quot;Segoe UI&amp;quot;, sans-serif; font-size: 14px; font-weight: 500; text-align: start; white-space: nowrap;&quot;&gt;Pelaporan dan Audit&lt;/span&gt;" vertex="1">
          <mxGeometry height="510" width="370" x="220" y="2080" as="geometry" />
        </mxCell>
        <mxCell id="ttJMnmOJ9A8DWHro3bs2-360" parent="ttJMnmOJ9A8DWHro3bs2-355" style="ellipse;whiteSpace=wrap;html=1;align=center;fontSize=8;" value="Mencetak laporan" vertex="1">
          <mxGeometry height="40" width="70" x="150" y="90" as="geometry" />
        </mxCell>
        <mxCell id="ttJMnmOJ9A8DWHro3bs2-361" parent="ttJMnmOJ9A8DWHro3bs2-355" style="ellipse;whiteSpace=wrap;html=1;align=center;fontSize=8;" value="Ekspor laporan ke PDF" vertex="1">
          <mxGeometry height="40" width="70" x="90" y="270" as="geometry" />
        </mxCell>
        <mxCell id="ttJMnmOJ9A8DWHro3bs2-362" parent="ttJMnmOJ9A8DWHro3bs2-355" style="ellipse;whiteSpace=wrap;html=1;align=center;fontSize=8;" value="Melihat dashboard ringkasan" vertex="1">
          <mxGeometry height="40" width="70" x="110" y="380" as="geometry" />
        </mxCell>
        <mxCell id="ttJMnmOJ9A8DWHro3bs2-371" parent="ttJMnmOJ9A8DWHro3bs2-355" style="ellipse;whiteSpace=wrap;html=1;align=center;fontSize=8;" value="Melihat log aktivitas sistem" vertex="1">
          <mxGeometry height="40" width="70" x="194" y="460" as="geometry" />
        </mxCell>
        <mxCell id="ttJMnmOJ9A8DWHro3bs2-363" parent="ttJMnmOJ9A8DWHro3bs2-355" style="ellipse;whiteSpace=wrap;html=1;align=center;fontSize=8;" value="Menjadwalkan laporan otomatis" vertex="1">
          <mxGeometry height="40" width="70" x="140" y="310" as="geometry" />
        </mxCell>
        <mxCell id="ttJMnmOJ9A8DWHro3bs2-369" parent="ttJMnmOJ9A8DWHro3bs2-355" style="ellipse;whiteSpace=wrap;html=1;align=center;fontSize=8;" value="Verifikasi kesesuaian data aset" vertex="1">
          <mxGeometry height="40" width="70" x="180" y="250" as="geometry" />
        </mxCell>
        <mxCell id="ttJMnmOJ9A8DWHro3bs2-367" parent="ttJMnmOJ9A8DWHro3bs2-355" style="ellipse;whiteSpace=wrap;html=1;align=center;fontSize=8;" value="Mencatat hasil audit" vertex="1">
          <mxGeometry height="40" width="70" x="160" y="40" as="geometry" />
        </mxCell>
        <mxCell id="ttJMnmOJ9A8DWHro3bs2-364" parent="ttJMnmOJ9A8DWHro3bs2-355" style="ellipse;whiteSpace=wrap;html=1;align=center;fontSize=8;" value="Memfilter laporan berdasar periode" vertex="1">
          <mxGeometry height="40" width="70" x="54" y="410" as="geometry" />
        </mxCell>
        <mxCell id="ttJMnmOJ9A8DWHro3bs2-365" parent="ttJMnmOJ9A8DWHro3bs2-355" style="ellipse;whiteSpace=wrap;html=1;align=center;fontSize=8;" value="Membandingkan data periodik" vertex="1">
          <mxGeometry height="40" width="70" x="60" y="460" as="geometry" />
        </mxCell>
        <mxCell id="ttJMnmOJ9A8DWHro3bs2-370" parent="ttJMnmOJ9A8DWHro3bs2-355" style="ellipse;whiteSpace=wrap;html=1;align=center;fontSize=8;" value="Menandai aset selisih" vertex="1">
          <mxGeometry height="40" width="70" x="200" y="400" as="geometry" />
        </mxCell>
        <mxCell id="ttJMnmOJ9A8DWHro3bs2-368" parent="ttJMnmOJ9A8DWHro3bs2-355" style="ellipse;whiteSpace=wrap;html=1;align=center;fontSize=8;" value="Membuat berita acara audit" vertex="1">
          <mxGeometry height="40" width="70" x="270" y="180" as="geometry" />
        </mxCell>
        <mxCell id="ttJMnmOJ9A8DWHro3bs2-390" edge="1" parent="ttJMnmOJ9A8DWHro3bs2-355" source="ttJMnmOJ9A8DWHro3bs2-370" style="html=1;verticalAlign=bottom;labelBackgroundColor=none;endArrow=open;endFill=0;dashed=1;rounded=0;exitX=0.5;exitY=0;exitDx=0;exitDy=0;entryX=1;entryY=1;entryDx=0;entryDy=0;" target="ttJMnmOJ9A8DWHro3bs2-368" value="&amp;lt;&amp;lt;extend&amp;gt;&amp;gt;">
          <mxGeometry relative="1" width="160" as="geometry">
            <mxPoint x="280" y="350" as="sourcePoint" />
            <mxPoint x="220" y="482" as="targetPoint" />
          </mxGeometry>
        </mxCell>
        <mxCell id="ttJMnmOJ9A8DWHro3bs2-358" parent="ttJMnmOJ9A8DWHro3bs2-355" style="ellipse;whiteSpace=wrap;html=1;align=center;fontSize=8;" value="Membuat laporan aset" vertex="1">
          <mxGeometry height="40" width="70" x="50" y="30" as="geometry" />
        </mxCell>
        <mxCell id="ttJMnmOJ9A8DWHro3bs2-359" parent="ttJMnmOJ9A8DWHro3bs2-355" style="ellipse;whiteSpace=wrap;html=1;align=center;fontSize=8;" value="Membuat laporan depresiasi" vertex="1">
          <mxGeometry height="40" width="70" x="20" y="80" as="geometry" />
        </mxCell>
        <mxCell id="SDq1_bFD7WnbyKTvlYuf-2" parent="ttJMnmOJ9A8DWHro3bs2-355" style="ellipse;whiteSpace=wrap;html=1;align=center;fontSize=8;" value="Mencetak laporan mutasi" vertex="1">
          <mxGeometry height="40" width="70" x="60" y="140" as="geometry" />
        </mxCell>
        <mxCell id="SDq1_bFD7WnbyKTvlYuf-3" parent="ttJMnmOJ9A8DWHro3bs2-355" style="ellipse;whiteSpace=wrap;html=1;align=center;fontSize=8;" value="Mencetak laporan audit" vertex="1">
          <mxGeometry height="40" width="70" x="90" y="210" as="geometry" />
        </mxCell>
        <mxCell id="SDq1_bFD7WnbyKTvlYuf-4" parent="ttJMnmOJ9A8DWHro3bs2-355" style="ellipse;whiteSpace=wrap;html=1;align=center;fontSize=8;" value="Mencetak laporan pajak" vertex="1">
          <mxGeometry height="40" width="70" x="160" y="180" as="geometry" />
        </mxCell>
        <mxCell id="SDq1_bFD7WnbyKTvlYuf-11" edge="1" parent="ttJMnmOJ9A8DWHro3bs2-355" source="SDq1_bFD7WnbyKTvlYuf-4" style="html=1;verticalAlign=bottom;labelBackgroundColor=none;endArrow=open;endFill=0;dashed=1;rounded=0;exitX=0.429;exitY=0;exitDx=0;exitDy=0;entryX=0.576;entryY=0.995;entryDx=0;entryDy=0;entryPerimeter=0;exitPerimeter=0;" target="ttJMnmOJ9A8DWHro3bs2-360" value="&amp;lt;&amp;lt;extend&amp;gt;&amp;gt;">
          <mxGeometry relative="1" width="160" as="geometry">
            <mxPoint x="190" y="326" as="sourcePoint" />
            <mxPoint x="285" y="140" as="targetPoint" />
          </mxGeometry>
        </mxCell>
        <mxCell id="SDq1_bFD7WnbyKTvlYuf-12" edge="1" parent="ttJMnmOJ9A8DWHro3bs2-355" source="SDq1_bFD7WnbyKTvlYuf-2" style="html=1;verticalAlign=bottom;labelBackgroundColor=none;endArrow=open;endFill=0;dashed=1;rounded=0;exitX=0.5;exitY=0;exitDx=0;exitDy=0;entryX=0.098;entryY=0.724;entryDx=0;entryDy=0;entryPerimeter=0;" target="ttJMnmOJ9A8DWHro3bs2-360" value="&amp;lt;&amp;lt;extend&amp;gt;&amp;gt;">
          <mxGeometry relative="1" width="160" as="geometry">
            <mxPoint x="140" y="150" as="sourcePoint" />
            <mxPoint x="159" y="120" as="targetPoint" />
          </mxGeometry>
        </mxCell>
        <mxCell id="SDq1_bFD7WnbyKTvlYuf-13" edge="1" parent="ttJMnmOJ9A8DWHro3bs2-355" source="SDq1_bFD7WnbyKTvlYuf-3" style="html=1;verticalAlign=bottom;labelBackgroundColor=none;endArrow=open;endFill=0;dashed=1;rounded=0;exitX=0.685;exitY=0;exitDx=0;exitDy=0;entryX=0.23;entryY=0.892;entryDx=0;entryDy=0;entryPerimeter=0;exitPerimeter=0;" target="ttJMnmOJ9A8DWHro3bs2-360" value="&amp;lt;&amp;lt;extend&amp;gt;&amp;gt;">
          <mxGeometry relative="1" width="160" as="geometry">
            <mxPoint x="170" y="230" as="sourcePoint" />
            <mxPoint x="189" y="200" as="targetPoint" />
          </mxGeometry>
        </mxCell>
        <mxCell id="JGa3toTjyCk54IzFmMTe-7" edge="1" parent="1" source="ttJMnmOJ9A8DWHro3bs2-356" style="rounded=0;orthogonalLoop=1;jettySize=auto;html=1;entryX=0;entryY=0.5;entryDx=0;entryDy=0;endArrow=none;endFill=0;" target="ttJMnmOJ9A8DWHro3bs2-369">
          <mxGeometry relative="1" as="geometry" />
        </mxCell>
        <mxCell id="ttJMnmOJ9A8DWHro3bs2-356" parent="1" style="shape=umlActor;verticalLabelPosition=bottom;verticalAlign=top;html=1;outlineConnect=0;" value="Admin" vertex="1">
          <mxGeometry height="30" width="20" x="90" y="2280" as="geometry" />
        </mxCell>
        <mxCell id="JGa3toTjyCk54IzFmMTe-6" edge="1" parent="1" source="ttJMnmOJ9A8DWHro3bs2-357" style="rounded=0;orthogonalLoop=1;jettySize=auto;html=1;entryX=1;entryY=0.5;entryDx=0;entryDy=0;endArrow=none;endFill=0;" target="ttJMnmOJ9A8DWHro3bs2-362">
          <mxGeometry relative="1" as="geometry" />
        </mxCell>
        <mxCell id="ttJMnmOJ9A8DWHro3bs2-357" parent="1" style="shape=umlActor;verticalLabelPosition=bottom;verticalAlign=top;html=1;outlineConnect=0;" value="Auditor" vertex="1">
          <mxGeometry height="30" width="20" x="680" y="2300" as="geometry" />
        </mxCell>
        <mxCell id="ttJMnmOJ9A8DWHro3bs2-366" parent="1" style="ellipse;whiteSpace=wrap;html=1;align=center;fontSize=8;" value="Melakukan audit fisik aset" vertex="1">
          <mxGeometry height="40" width="70" x="480" y="2120" as="geometry" />
        </mxCell>
        <mxCell id="ttJMnmOJ9A8DWHro3bs2-372" edge="1" parent="1" source="ttJMnmOJ9A8DWHro3bs2-358" style="rounded=0;orthogonalLoop=1;jettySize=auto;html=1;exitX=0;exitY=0.5;exitDx=0;exitDy=0;endArrow=none;endFill=0;" target="ttJMnmOJ9A8DWHro3bs2-356">
          <mxGeometry relative="1" as="geometry" />
        </mxCell>
        <mxCell id="ttJMnmOJ9A8DWHro3bs2-373" edge="1" parent="1" source="ttJMnmOJ9A8DWHro3bs2-359" style="rounded=0;orthogonalLoop=1;jettySize=auto;html=1;exitX=0;exitY=0.5;exitDx=0;exitDy=0;endArrow=none;endFill=0;" target="ttJMnmOJ9A8DWHro3bs2-356">
          <mxGeometry relative="1" as="geometry" />
        </mxCell>
        <mxCell id="ttJMnmOJ9A8DWHro3bs2-374" edge="1" parent="1" source="ttJMnmOJ9A8DWHro3bs2-360" style="rounded=0;orthogonalLoop=1;jettySize=auto;html=1;exitX=0;exitY=0.5;exitDx=0;exitDy=0;endArrow=none;endFill=0;" target="ttJMnmOJ9A8DWHro3bs2-356">
          <mxGeometry relative="1" as="geometry" />
        </mxCell>
        <mxCell id="ttJMnmOJ9A8DWHro3bs2-375" edge="1" parent="1" source="ttJMnmOJ9A8DWHro3bs2-361" style="rounded=0;orthogonalLoop=1;jettySize=auto;html=1;exitX=0;exitY=0.5;exitDx=0;exitDy=0;endArrow=none;endFill=0;" target="ttJMnmOJ9A8DWHro3bs2-356">
          <mxGeometry relative="1" as="geometry" />
        </mxCell>
        <mxCell id="ttJMnmOJ9A8DWHro3bs2-376" edge="1" parent="1" source="ttJMnmOJ9A8DWHro3bs2-362" style="rounded=0;orthogonalLoop=1;jettySize=auto;html=1;exitX=0;exitY=0.5;exitDx=0;exitDy=0;endArrow=none;endFill=0;" target="ttJMnmOJ9A8DWHro3bs2-356">
          <mxGeometry relative="1" as="geometry" />
        </mxCell>
        <mxCell id="ttJMnmOJ9A8DWHro3bs2-377" edge="1" parent="1" source="ttJMnmOJ9A8DWHro3bs2-364" style="rounded=0;orthogonalLoop=1;jettySize=auto;html=1;exitX=0;exitY=0.5;exitDx=0;exitDy=0;endArrow=none;endFill=0;" target="ttJMnmOJ9A8DWHro3bs2-356">
          <mxGeometry relative="1" as="geometry" />
        </mxCell>
        <mxCell id="ttJMnmOJ9A8DWHro3bs2-378" edge="1" parent="1" source="ttJMnmOJ9A8DWHro3bs2-365" style="rounded=0;orthogonalLoop=1;jettySize=auto;html=1;exitX=0;exitY=0.5;exitDx=0;exitDy=0;endArrow=none;endFill=0;">
          <mxGeometry relative="1" as="geometry">
            <mxPoint x="110" y="2310" as="targetPoint" />
          </mxGeometry>
        </mxCell>
        <mxCell id="ttJMnmOJ9A8DWHro3bs2-379" edge="1" parent="1" source="ttJMnmOJ9A8DWHro3bs2-366" style="rounded=0;orthogonalLoop=1;jettySize=auto;html=1;exitX=1;exitY=0.5;exitDx=0;exitDy=0;endArrow=none;endFill=0;" target="ttJMnmOJ9A8DWHro3bs2-357">
          <mxGeometry relative="1" as="geometry" />
        </mxCell>
        <mxCell id="ttJMnmOJ9A8DWHro3bs2-382" edge="1" parent="1" source="ttJMnmOJ9A8DWHro3bs2-367" style="rounded=0;orthogonalLoop=1;jettySize=auto;html=1;exitX=1;exitY=0.5;exitDx=0;exitDy=0;endArrow=none;endFill=0;" target="ttJMnmOJ9A8DWHro3bs2-357">
          <mxGeometry relative="1" as="geometry" />
        </mxCell>
        <mxCell id="ttJMnmOJ9A8DWHro3bs2-383" edge="1" parent="1" source="ttJMnmOJ9A8DWHro3bs2-368" style="rounded=0;orthogonalLoop=1;jettySize=auto;html=1;exitX=1;exitY=0.5;exitDx=0;exitDy=0;endArrow=none;endFill=0;" target="ttJMnmOJ9A8DWHro3bs2-357">
          <mxGeometry relative="1" as="geometry" />
        </mxCell>
        <mxCell id="ttJMnmOJ9A8DWHro3bs2-384" edge="1" parent="1" source="ttJMnmOJ9A8DWHro3bs2-369" style="rounded=0;orthogonalLoop=1;jettySize=auto;html=1;exitX=1;exitY=0.5;exitDx=0;exitDy=0;endArrow=none;endFill=0;" target="ttJMnmOJ9A8DWHro3bs2-357">
          <mxGeometry relative="1" as="geometry" />
        </mxCell>
        <mxCell id="ttJMnmOJ9A8DWHro3bs2-385" edge="1" parent="1" source="ttJMnmOJ9A8DWHro3bs2-370" style="rounded=0;orthogonalLoop=1;jettySize=auto;html=1;exitX=1;exitY=0.5;exitDx=0;exitDy=0;endArrow=none;endFill=0;" target="ttJMnmOJ9A8DWHro3bs2-357">
          <mxGeometry relative="1" as="geometry" />
        </mxCell>
        <mxCell id="ttJMnmOJ9A8DWHro3bs2-386" edge="1" parent="1" source="ttJMnmOJ9A8DWHro3bs2-371" style="rounded=0;orthogonalLoop=1;jettySize=auto;html=1;exitX=1;exitY=0.5;exitDx=0;exitDy=0;endArrow=none;endFill=0;" target="ttJMnmOJ9A8DWHro3bs2-357">
          <mxGeometry relative="1" as="geometry" />
        </mxCell>
        <mxCell id="ttJMnmOJ9A8DWHro3bs2-388" edge="1" parent="1" source="ttJMnmOJ9A8DWHro3bs2-363" style="rounded=0;orthogonalLoop=1;jettySize=auto;html=1;exitX=0;exitY=0.5;exitDx=0;exitDy=0;endArrow=none;endFill=0;" target="ttJMnmOJ9A8DWHro3bs2-356">
          <mxGeometry relative="1" as="geometry" />
        </mxCell>
        <mxCell id="ttJMnmOJ9A8DWHro3bs2-389" edge="1" parent="1" source="ttJMnmOJ9A8DWHro3bs2-366" style="html=1;verticalAlign=bottom;labelBackgroundColor=none;endArrow=open;endFill=0;dashed=1;rounded=0;exitX=0.5;exitY=1;exitDx=0;exitDy=0;entryX=0.5;entryY=0;entryDx=0;entryDy=0;" target="ttJMnmOJ9A8DWHro3bs2-369" value="&amp;lt;&amp;lt;include&amp;gt;&amp;gt;">
          <mxGeometry relative="1" width="160" as="geometry">
            <mxPoint x="540" y="2180" as="sourcePoint" />
            <mxPoint x="620" y="2206" as="targetPoint" />
          </mxGeometry>
        </mxCell>
        <mxCell id="ttJMnmOJ9A8DWHro3bs2-391" parent="1" style="swimlane;whiteSpace=wrap;html=1;startSize=23;" value="&lt;span style=&quot;font-family: &amp;quot;Anthropic Sans&amp;quot;, -apple-system, BlinkMacSystemFont, &amp;quot;Segoe UI&amp;quot;, sans-serif; font-size: 14px; font-weight: 500; text-align: start; white-space: nowrap;&quot;&gt;Keamanan dan Pengaturan Sistem&lt;/span&gt;" vertex="1">
          <mxGeometry height="510" width="370" x="220" y="2730" as="geometry" />
        </mxCell>
        <mxCell id="ttJMnmOJ9A8DWHro3bs2-396" parent="ttJMnmOJ9A8DWHro3bs2-391" style="ellipse;whiteSpace=wrap;html=1;align=center;fontSize=8;" value="Restore data dari backup" vertex="1">
          <mxGeometry height="40" width="70" x="50" y="280" as="geometry" />
        </mxCell>
        <mxCell id="ttJMnmOJ9A8DWHro3bs2-397" parent="ttJMnmOJ9A8DWHro3bs2-391" style="ellipse;whiteSpace=wrap;html=1;align=center;fontSize=8;" value="Mengatur kebijakan password" vertex="1">
          <mxGeometry height="40" width="70" x="110" y="320" as="geometry" />
        </mxCell>
        <mxCell id="ttJMnmOJ9A8DWHro3bs2-392" parent="ttJMnmOJ9A8DWHro3bs2-391" style="ellipse;whiteSpace=wrap;html=1;align=center;fontSize=8;" value="Mengelola akun pengguna" vertex="1">
          <mxGeometry height="40" width="70" x="70" y="40" as="geometry" />
        </mxCell>
        <mxCell id="ttJMnmOJ9A8DWHro3bs2-393" parent="ttJMnmOJ9A8DWHro3bs2-391" style="ellipse;whiteSpace=wrap;html=1;align=center;fontSize=8;" value="Menetapkan hak akses (RBAC)" vertex="1">
          <mxGeometry height="40" width="70" x="50" y="90" as="geometry" />
        </mxCell>
        <mxCell id="ttJMnmOJ9A8DWHro3bs2-407" parent="ttJMnmOJ9A8DWHro3bs2-391" style="ellipse;whiteSpace=wrap;html=1;align=center;fontSize=8;" value="Reset password via email" vertex="1">
          <mxGeometry height="40" width="70" x="210" y="200" as="geometry" />
        </mxCell>
        <mxCell id="ttJMnmOJ9A8DWHro3bs2-410" parent="ttJMnmOJ9A8DWHro3bs2-391" style="ellipse;whiteSpace=wrap;html=1;align=center;fontSize=8;" value="Menerima notifikasi sistem" vertex="1">
          <mxGeometry height="40" width="70" x="210" y="410" as="geometry" />
        </mxCell>
        <mxCell id="ttJMnmOJ9A8DWHro3bs2-408" parent="ttJMnmOJ9A8DWHro3bs2-391" style="ellipse;whiteSpace=wrap;html=1;align=center;fontSize=8;" value="Mengaktifkan autentikasi 2FA" vertex="1">
          <mxGeometry height="40" width="70" x="194" y="250" as="geometry" />
        </mxCell>
        <mxCell id="ttJMnmOJ9A8DWHro3bs2-409" parent="ttJMnmOJ9A8DWHro3bs2-391" style="ellipse;whiteSpace=wrap;html=1;align=center;fontSize=8;" value="Memperbarui profil pengguna" vertex="1">
          <mxGeometry height="40" width="70" x="210" y="320" as="geometry" />
        </mxCell>
        <mxCell id="ttJMnmOJ9A8DWHro3bs2-398" parent="ttJMnmOJ9A8DWHro3bs2-391" style="ellipse;whiteSpace=wrap;html=1;align=center;fontSize=8;" value="Melakukan backup data" vertex="1">
          <mxGeometry height="40" width="70" x="110" y="250" as="geometry" />
        </mxCell>
        <mxCell id="ttJMnmOJ9A8DWHro3bs2-405" parent="ttJMnmOJ9A8DWHro3bs2-391" style="ellipse;whiteSpace=wrap;html=1;align=center;fontSize=8;" value="Logout dari sistem" vertex="1">
          <mxGeometry height="40" width="70" x="190" y="50" as="geometry" />
        </mxCell>
        <mxCell id="ttJMnmOJ9A8DWHro3bs2-406" parent="ttJMnmOJ9A8DWHro3bs2-391" style="ellipse;whiteSpace=wrap;html=1;align=center;fontSize=8;" value="Mengubah password" vertex="1">
          <mxGeometry height="40" width="70" x="159" y="140" as="geometry" />
        </mxCell>
        <mxCell id="ttJMnmOJ9A8DWHro3bs2-434" edge="1" parent="ttJMnmOJ9A8DWHro3bs2-391" source="ttJMnmOJ9A8DWHro3bs2-406" style="html=1;verticalAlign=bottom;labelBackgroundColor=none;endArrow=open;endFill=0;dashed=1;rounded=0;exitX=0;exitY=0.5;exitDx=0;exitDy=0;entryX=1;entryY=0;entryDx=0;entryDy=0;" target="ttJMnmOJ9A8DWHro3bs2-397" value="&amp;lt;&amp;lt;include&amp;gt;&amp;gt;">
          <mxGeometry relative="1" width="160" as="geometry">
            <mxPoint x="501" y="90" as="sourcePoint" />
            <mxPoint x="400" y="225" as="targetPoint" />
          </mxGeometry>
        </mxCell>
        <mxCell id="ttJMnmOJ9A8DWHro3bs2-394" parent="ttJMnmOJ9A8DWHro3bs2-391" style="ellipse;whiteSpace=wrap;html=1;align=center;fontSize=8;" value="Menonaktifkan akun" vertex="1">
          <mxGeometry height="40" width="70" x="124" y="90" as="geometry" />
        </mxCell>
        <mxCell id="ttJMnmOJ9A8DWHro3bs2-395" parent="1" style="ellipse;whiteSpace=wrap;html=1;align=center;fontSize=8;" value="Melihat log aktivitas pengguna" vertex="1">
          <mxGeometry height="40" width="70" x="280" y="2940" as="geometry" />
        </mxCell>
        <mxCell id="ttJMnmOJ9A8DWHro3bs2-399" parent="1" style="ellipse;whiteSpace=wrap;html=1;align=center;fontSize=8;" value="Mengonfigurasi notifikasi sistem" vertex="1">
          <mxGeometry height="40" width="70" x="310" y="3110" as="geometry" />
        </mxCell>
        <mxCell id="ttJMnmOJ9A8DWHro3bs2-400" parent="1" style="ellipse;whiteSpace=wrap;html=1;align=center;fontSize=8;" value="Mengelola master data" vertex="1">
          <mxGeometry height="40" width="70" x="260" y="3170" as="geometry" />
        </mxCell>
        <mxCell id="JGa3toTjyCk54IzFmMTe-8" edge="1" parent="1" source="ttJMnmOJ9A8DWHro3bs2-402" style="rounded=0;orthogonalLoop=1;jettySize=auto;html=1;entryX=0;entryY=0.5;entryDx=0;entryDy=0;endArrow=none;endFill=0;" target="ttJMnmOJ9A8DWHro3bs2-406">
          <mxGeometry relative="1" as="geometry" />
        </mxCell>
        <mxCell id="ttJMnmOJ9A8DWHro3bs2-402" parent="1" style="shape=umlActor;verticalLabelPosition=bottom;verticalAlign=top;html=1;outlineConnect=0;" value="Admin" vertex="1">
          <mxGeometry height="30" width="20" x="70" y="2970" as="geometry" />
        </mxCell>
        <mxCell id="ttJMnmOJ9A8DWHro3bs2-403" parent="1" style="shape=umlActor;verticalLabelPosition=bottom;verticalAlign=top;html=1;outlineConnect=0;" value="Pengguna" vertex="1">
          <mxGeometry height="30" width="20" x="700" y="2980" as="geometry" />
        </mxCell>
        <mxCell id="ttJMnmOJ9A8DWHro3bs2-404" parent="1" style="ellipse;whiteSpace=wrap;html=1;align=center;fontSize=8;" value="Login ke sistem" vertex="1">
          <mxGeometry height="40" width="70" x="490" y="2770" as="geometry" />
        </mxCell>
        <mxCell id="ttJMnmOJ9A8DWHro3bs2-411" edge="1" parent="1" source="ttJMnmOJ9A8DWHro3bs2-404" style="rounded=0;orthogonalLoop=1;jettySize=auto;html=1;exitX=1;exitY=0.5;exitDx=0;exitDy=0;endArrow=none;endFill=0;" target="ttJMnmOJ9A8DWHro3bs2-403">
          <mxGeometry relative="1" as="geometry" />
        </mxCell>
        <mxCell id="ttJMnmOJ9A8DWHro3bs2-412" edge="1" parent="1" source="ttJMnmOJ9A8DWHro3bs2-405" style="rounded=0;orthogonalLoop=1;jettySize=auto;html=1;exitX=1;exitY=0.5;exitDx=0;exitDy=0;endArrow=none;endFill=0;" target="ttJMnmOJ9A8DWHro3bs2-403">
          <mxGeometry relative="1" as="geometry" />
        </mxCell>
        <mxCell id="ttJMnmOJ9A8DWHro3bs2-413" edge="1" parent="1" source="ttJMnmOJ9A8DWHro3bs2-406" style="rounded=0;orthogonalLoop=1;jettySize=auto;html=1;exitX=1;exitY=0.5;exitDx=0;exitDy=0;endArrow=none;endFill=0;" target="ttJMnmOJ9A8DWHro3bs2-403">
          <mxGeometry relative="1" as="geometry" />
        </mxCell>
        <mxCell id="ttJMnmOJ9A8DWHro3bs2-414" edge="1" parent="1" source="ttJMnmOJ9A8DWHro3bs2-407" style="rounded=0;orthogonalLoop=1;jettySize=auto;html=1;exitX=1;exitY=0.5;exitDx=0;exitDy=0;endArrow=none;endFill=0;" target="ttJMnmOJ9A8DWHro3bs2-403">
          <mxGeometry relative="1" as="geometry" />
        </mxCell>
        <mxCell id="ttJMnmOJ9A8DWHro3bs2-415" edge="1" parent="1" source="ttJMnmOJ9A8DWHro3bs2-408" style="rounded=0;orthogonalLoop=1;jettySize=auto;html=1;exitX=1;exitY=0.5;exitDx=0;exitDy=0;endArrow=none;endFill=0;" target="ttJMnmOJ9A8DWHro3bs2-403">
          <mxGeometry relative="1" as="geometry" />
        </mxCell>
        <mxCell id="ttJMnmOJ9A8DWHro3bs2-416" edge="1" parent="1" source="ttJMnmOJ9A8DWHro3bs2-409" style="rounded=0;orthogonalLoop=1;jettySize=auto;html=1;exitX=1;exitY=0.5;exitDx=0;exitDy=0;endArrow=none;endFill=0;" target="ttJMnmOJ9A8DWHro3bs2-403">
          <mxGeometry relative="1" as="geometry" />
        </mxCell>
        <mxCell id="ttJMnmOJ9A8DWHro3bs2-417" edge="1" parent="1" source="ttJMnmOJ9A8DWHro3bs2-410" style="rounded=0;orthogonalLoop=1;jettySize=auto;html=1;exitX=1;exitY=0.5;exitDx=0;exitDy=0;endArrow=none;endFill=0;" target="ttJMnmOJ9A8DWHro3bs2-403">
          <mxGeometry relative="1" as="geometry" />
        </mxCell>
        <mxCell id="ttJMnmOJ9A8DWHro3bs2-419" edge="1" parent="1" source="ttJMnmOJ9A8DWHro3bs2-392" style="rounded=0;orthogonalLoop=1;jettySize=auto;html=1;exitX=0;exitY=0.5;exitDx=0;exitDy=0;endArrow=none;endFill=0;" target="ttJMnmOJ9A8DWHro3bs2-402">
          <mxGeometry relative="1" as="geometry" />
        </mxCell>
        <mxCell id="ttJMnmOJ9A8DWHro3bs2-420" edge="1" parent="1" source="ttJMnmOJ9A8DWHro3bs2-393" style="rounded=0;orthogonalLoop=1;jettySize=auto;html=1;exitX=0;exitY=0.5;exitDx=0;exitDy=0;endArrow=none;endFill=0;" target="ttJMnmOJ9A8DWHro3bs2-402">
          <mxGeometry relative="1" as="geometry" />
        </mxCell>
        <mxCell id="ttJMnmOJ9A8DWHro3bs2-422" edge="1" parent="1" source="ttJMnmOJ9A8DWHro3bs2-394" style="rounded=0;orthogonalLoop=1;jettySize=auto;html=1;exitX=0;exitY=0.5;exitDx=0;exitDy=0;endArrow=none;endFill=0;" target="ttJMnmOJ9A8DWHro3bs2-402">
          <mxGeometry relative="1" as="geometry" />
        </mxCell>
        <mxCell id="ttJMnmOJ9A8DWHro3bs2-423" edge="1" parent="1" source="ttJMnmOJ9A8DWHro3bs2-395" style="rounded=0;orthogonalLoop=1;jettySize=auto;html=1;exitX=0;exitY=0.5;exitDx=0;exitDy=0;endArrow=none;endFill=0;" target="ttJMnmOJ9A8DWHro3bs2-402">
          <mxGeometry relative="1" as="geometry" />
        </mxCell>
        <mxCell id="ttJMnmOJ9A8DWHro3bs2-424" edge="1" parent="1" source="ttJMnmOJ9A8DWHro3bs2-396" style="rounded=0;orthogonalLoop=1;jettySize=auto;html=1;exitX=0;exitY=0.5;exitDx=0;exitDy=0;endArrow=none;endFill=0;" target="ttJMnmOJ9A8DWHro3bs2-402">
          <mxGeometry relative="1" as="geometry" />
        </mxCell>
        <mxCell id="ttJMnmOJ9A8DWHro3bs2-425" edge="1" parent="1" source="ttJMnmOJ9A8DWHro3bs2-397" style="rounded=0;orthogonalLoop=1;jettySize=auto;html=1;exitX=0;exitY=0.5;exitDx=0;exitDy=0;endArrow=none;endFill=0;" target="ttJMnmOJ9A8DWHro3bs2-402">
          <mxGeometry relative="1" as="geometry" />
        </mxCell>
        <mxCell id="ttJMnmOJ9A8DWHro3bs2-426" edge="1" parent="1" source="ttJMnmOJ9A8DWHro3bs2-398" style="rounded=0;orthogonalLoop=1;jettySize=auto;html=1;exitX=0;exitY=0.5;exitDx=0;exitDy=0;endArrow=none;endFill=0;" target="ttJMnmOJ9A8DWHro3bs2-402">
          <mxGeometry relative="1" as="geometry" />
        </mxCell>
        <mxCell id="ttJMnmOJ9A8DWHro3bs2-429" edge="1" parent="1" source="ttJMnmOJ9A8DWHro3bs2-399" style="rounded=0;orthogonalLoop=1;jettySize=auto;html=1;exitX=0;exitY=0.5;exitDx=0;exitDy=0;endArrow=none;endFill=0;" target="ttJMnmOJ9A8DWHro3bs2-402">
          <mxGeometry relative="1" as="geometry" />
        </mxCell>
        <mxCell id="ttJMnmOJ9A8DWHro3bs2-430" edge="1" parent="1" source="ttJMnmOJ9A8DWHro3bs2-400" style="rounded=0;orthogonalLoop=1;jettySize=auto;html=1;exitX=0;exitY=0.5;exitDx=0;exitDy=0;endArrow=none;endFill=0;" target="ttJMnmOJ9A8DWHro3bs2-402">
          <mxGeometry relative="1" as="geometry" />
        </mxCell>
        <mxCell id="ttJMnmOJ9A8DWHro3bs2-433" edge="1" parent="1" source="ttJMnmOJ9A8DWHro3bs2-404" style="html=1;verticalAlign=bottom;labelBackgroundColor=none;endArrow=open;endFill=0;dashed=1;rounded=0;exitX=0.5;exitY=1;exitDx=0;exitDy=0;entryX=0.5;entryY=0;entryDx=0;entryDy=0;" target="ttJMnmOJ9A8DWHro3bs2-408" value="&amp;lt;&amp;lt;extend&amp;gt;&amp;gt;">
          <mxGeometry relative="1" width="160" as="geometry">
            <mxPoint x="650" y="2976" as="sourcePoint" />
            <mxPoint x="675" y="2850" as="targetPoint" />
          </mxGeometry>
        </mxCell>
        <mxCell id="JGa3toTjyCk54IzFmMTe-1" edge="1" parent="1" source="ttJMnmOJ9A8DWHro3bs2-257" style="rounded=0;orthogonalLoop=1;jettySize=auto;html=1;exitX=1;exitY=0.5;exitDx=0;exitDy=0;endArrow=none;endFill=0;" target="ttJMnmOJ9A8DWHro3bs2-251">
          <mxGeometry relative="1" as="geometry" />
        </mxCell>
        <mxCell id="JGa3toTjyCk54IzFmMTe-2" edge="1" parent="1" source="ttJMnmOJ9A8DWHro3bs2-259" style="rounded=0;orthogonalLoop=1;jettySize=auto;html=1;exitX=1;exitY=0;exitDx=0;exitDy=0;endArrow=none;endFill=0;" target="ttJMnmOJ9A8DWHro3bs2-251">
          <mxGeometry relative="1" as="geometry" />
        </mxCell>
        <mxCell id="JGa3toTjyCk54IzFmMTe-5" edge="1" parent="1" source="ttJMnmOJ9A8DWHro3bs2-320" style="rounded=0;orthogonalLoop=1;jettySize=auto;html=1;entryX=0.047;entryY=0.73;entryDx=0;entryDy=0;entryPerimeter=0;endArrow=none;endFill=0;" target="ttJMnmOJ9A8DWHro3bs2-331">
          <mxGeometry relative="1" as="geometry" />
        </mxCell>
        <mxCell id="SDq1_bFD7WnbyKTvlYuf-1" edge="1" parent="1" source="ttJMnmOJ9A8DWHro3bs2-324" style="rounded=0;orthogonalLoop=1;jettySize=auto;html=1;exitX=1;exitY=0.5;exitDx=0;exitDy=0;endArrow=none;endFill=0;" target="ttJMnmOJ9A8DWHro3bs2-321">
          <mxGeometry relative="1" as="geometry" />
        </mxCell>
        <mxCell id="SDq1_bFD7WnbyKTvlYuf-8" edge="1" parent="1" source="SDq1_bFD7WnbyKTvlYuf-2" style="rounded=0;orthogonalLoop=1;jettySize=auto;html=1;exitX=0;exitY=0.5;exitDx=0;exitDy=0;endArrow=none;endFill=0;" target="ttJMnmOJ9A8DWHro3bs2-356">
          <mxGeometry relative="1" as="geometry" />
        </mxCell>
        <mxCell id="SDq1_bFD7WnbyKTvlYuf-9" edge="1" parent="1" source="SDq1_bFD7WnbyKTvlYuf-4" style="rounded=0;orthogonalLoop=1;jettySize=auto;html=1;exitX=0;exitY=0.5;exitDx=0;exitDy=0;endArrow=none;endFill=0;" target="ttJMnmOJ9A8DWHro3bs2-356">
          <mxGeometry relative="1" as="geometry" />
        </mxCell>
        <mxCell id="SDq1_bFD7WnbyKTvlYuf-10" edge="1" parent="1" source="SDq1_bFD7WnbyKTvlYuf-3" style="rounded=0;orthogonalLoop=1;jettySize=auto;html=1;exitX=0;exitY=0.5;exitDx=0;exitDy=0;endArrow=none;endFill=0;" target="ttJMnmOJ9A8DWHro3bs2-356">
          <mxGeometry relative="1" as="geometry" />
        </mxCell>
        <mxCell id="Ji7-jTJ7KOdppPhq-gUy-1" edge="1" parent="1" source="ttJMnmOJ9A8DWHro3bs2-229" style="rounded=0;orthogonalLoop=1;jettySize=auto;html=1;exitX=0;exitY=0.5;exitDx=0;exitDy=0;endArrow=none;endFill=0;" target="ttJMnmOJ9A8DWHro3bs2-210">
          <mxGeometry relative="1" as="geometry" />
        </mxCell>
        <mxCell id="Ji7-jTJ7KOdppPhq-gUy-2" edge="1" parent="1" source="ttJMnmOJ9A8DWHro3bs2-214" style="rounded=0;orthogonalLoop=1;jettySize=auto;html=1;exitX=1;exitY=0.5;exitDx=0;exitDy=0;endArrow=none;endFill=0;" target="ttJMnmOJ9A8DWHro3bs2-211">
+           <mxGeometry relative="1" as="geometry" />
+         </mxCell>
+         <mxCell id="Ji7-jTJ7KOdppPhq-gUy-7" edge="1" parent="1" source="Ji7-jTJ7KOdppPhq-gUy-6" style="rounded=0;orthogonalLoop=1;jettySize=auto;html=1;exitX=0;exitY=0.5;exitDx=0;exitDy=0;endArrow=none;endFill=0;" target="ttJMnmOJ9A8DWHro3bs2-250">
+           <mxGeometry relative="1" as="geometry" />
+         </mxCell>
+         <mxCell id="Ji7-jTJ7KOdppPhq-gUy-10" edge="1" parent="1" source="Ji7-jTJ7KOdppPhq-gUy-9" style="rounded=0;orthogonalLoop=1;jettySize=auto;html=1;exitX=0;exitY=0.5;exitDx=0;exitDy=0;endArrow=none;endFill=0;" target="ttJMnmOJ9A8DWHro3bs2-320">
          <mxGeometry relative="1" as="geometry" />
        </mxCell>
      </root>
    </mxGraphModel>
  </diagram>
</mxfile>
